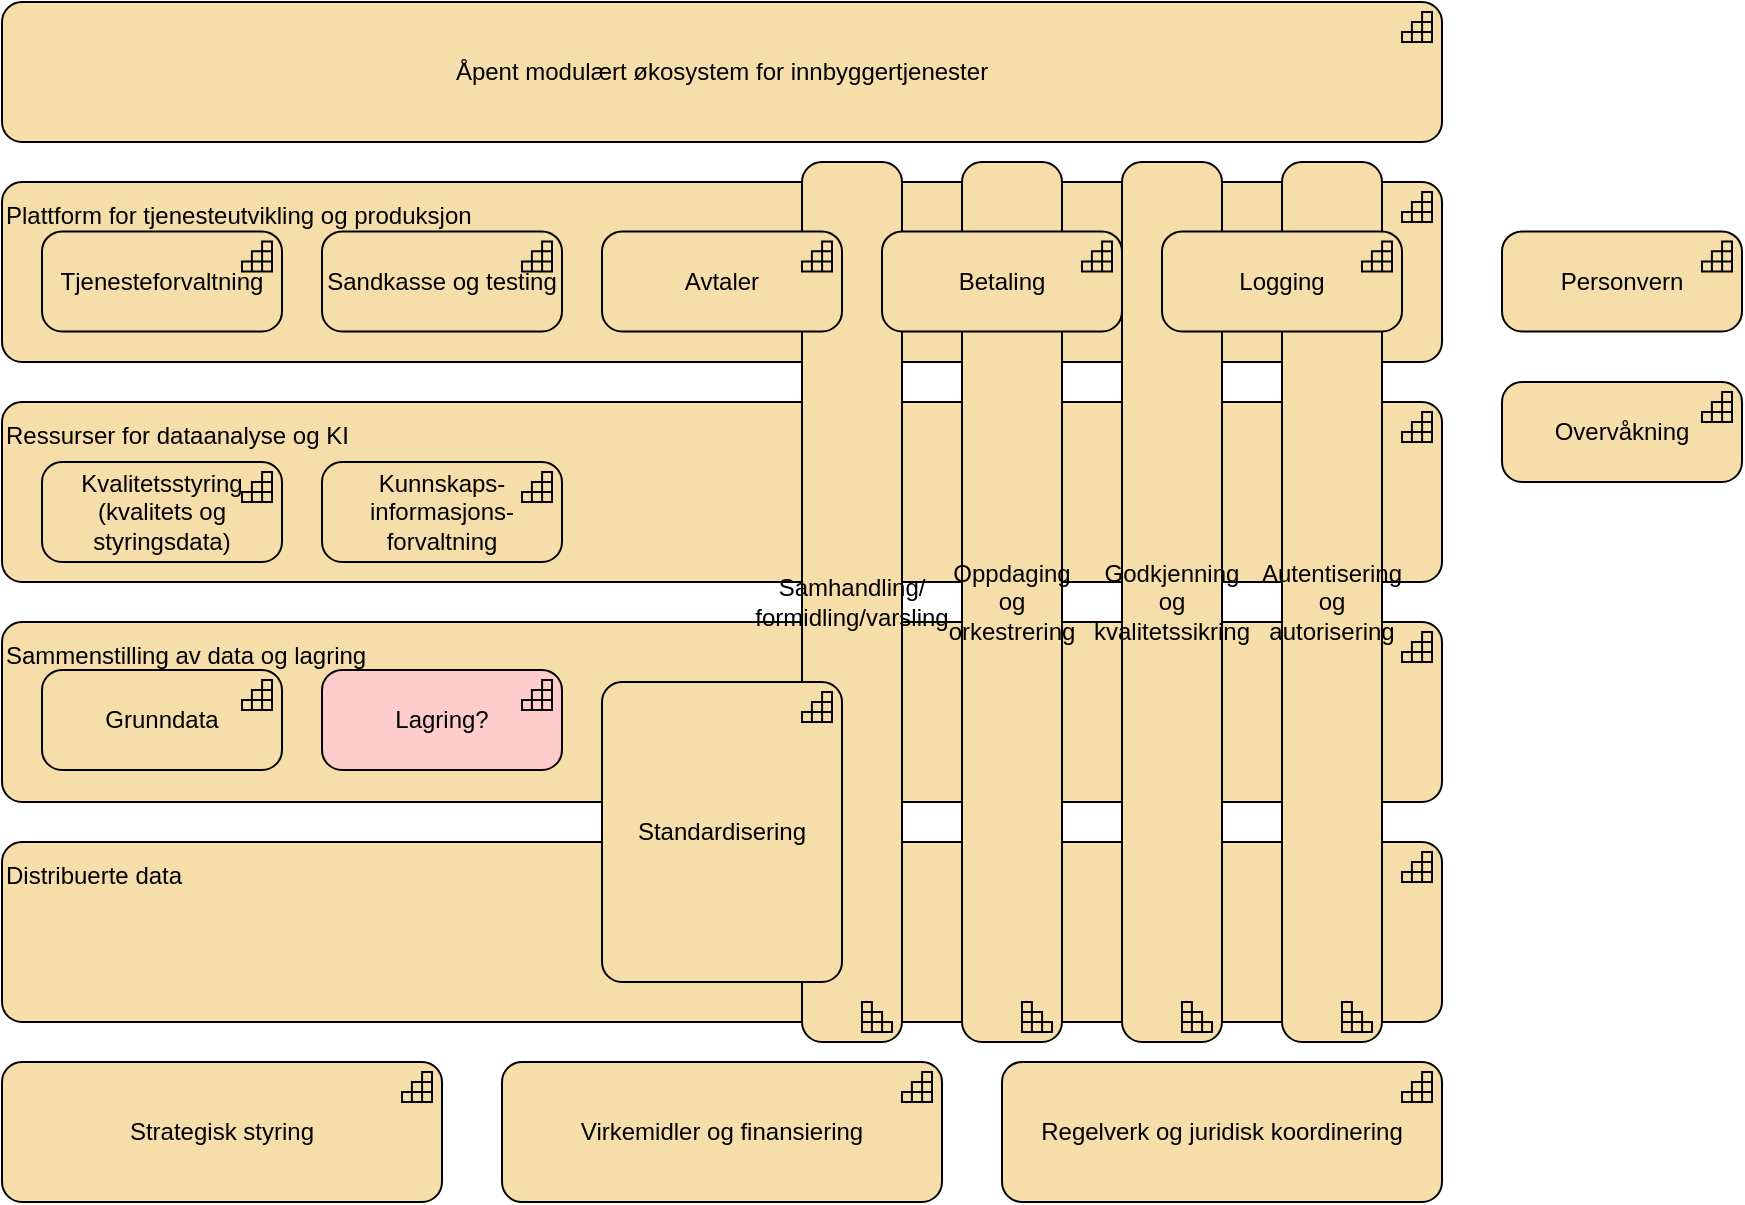
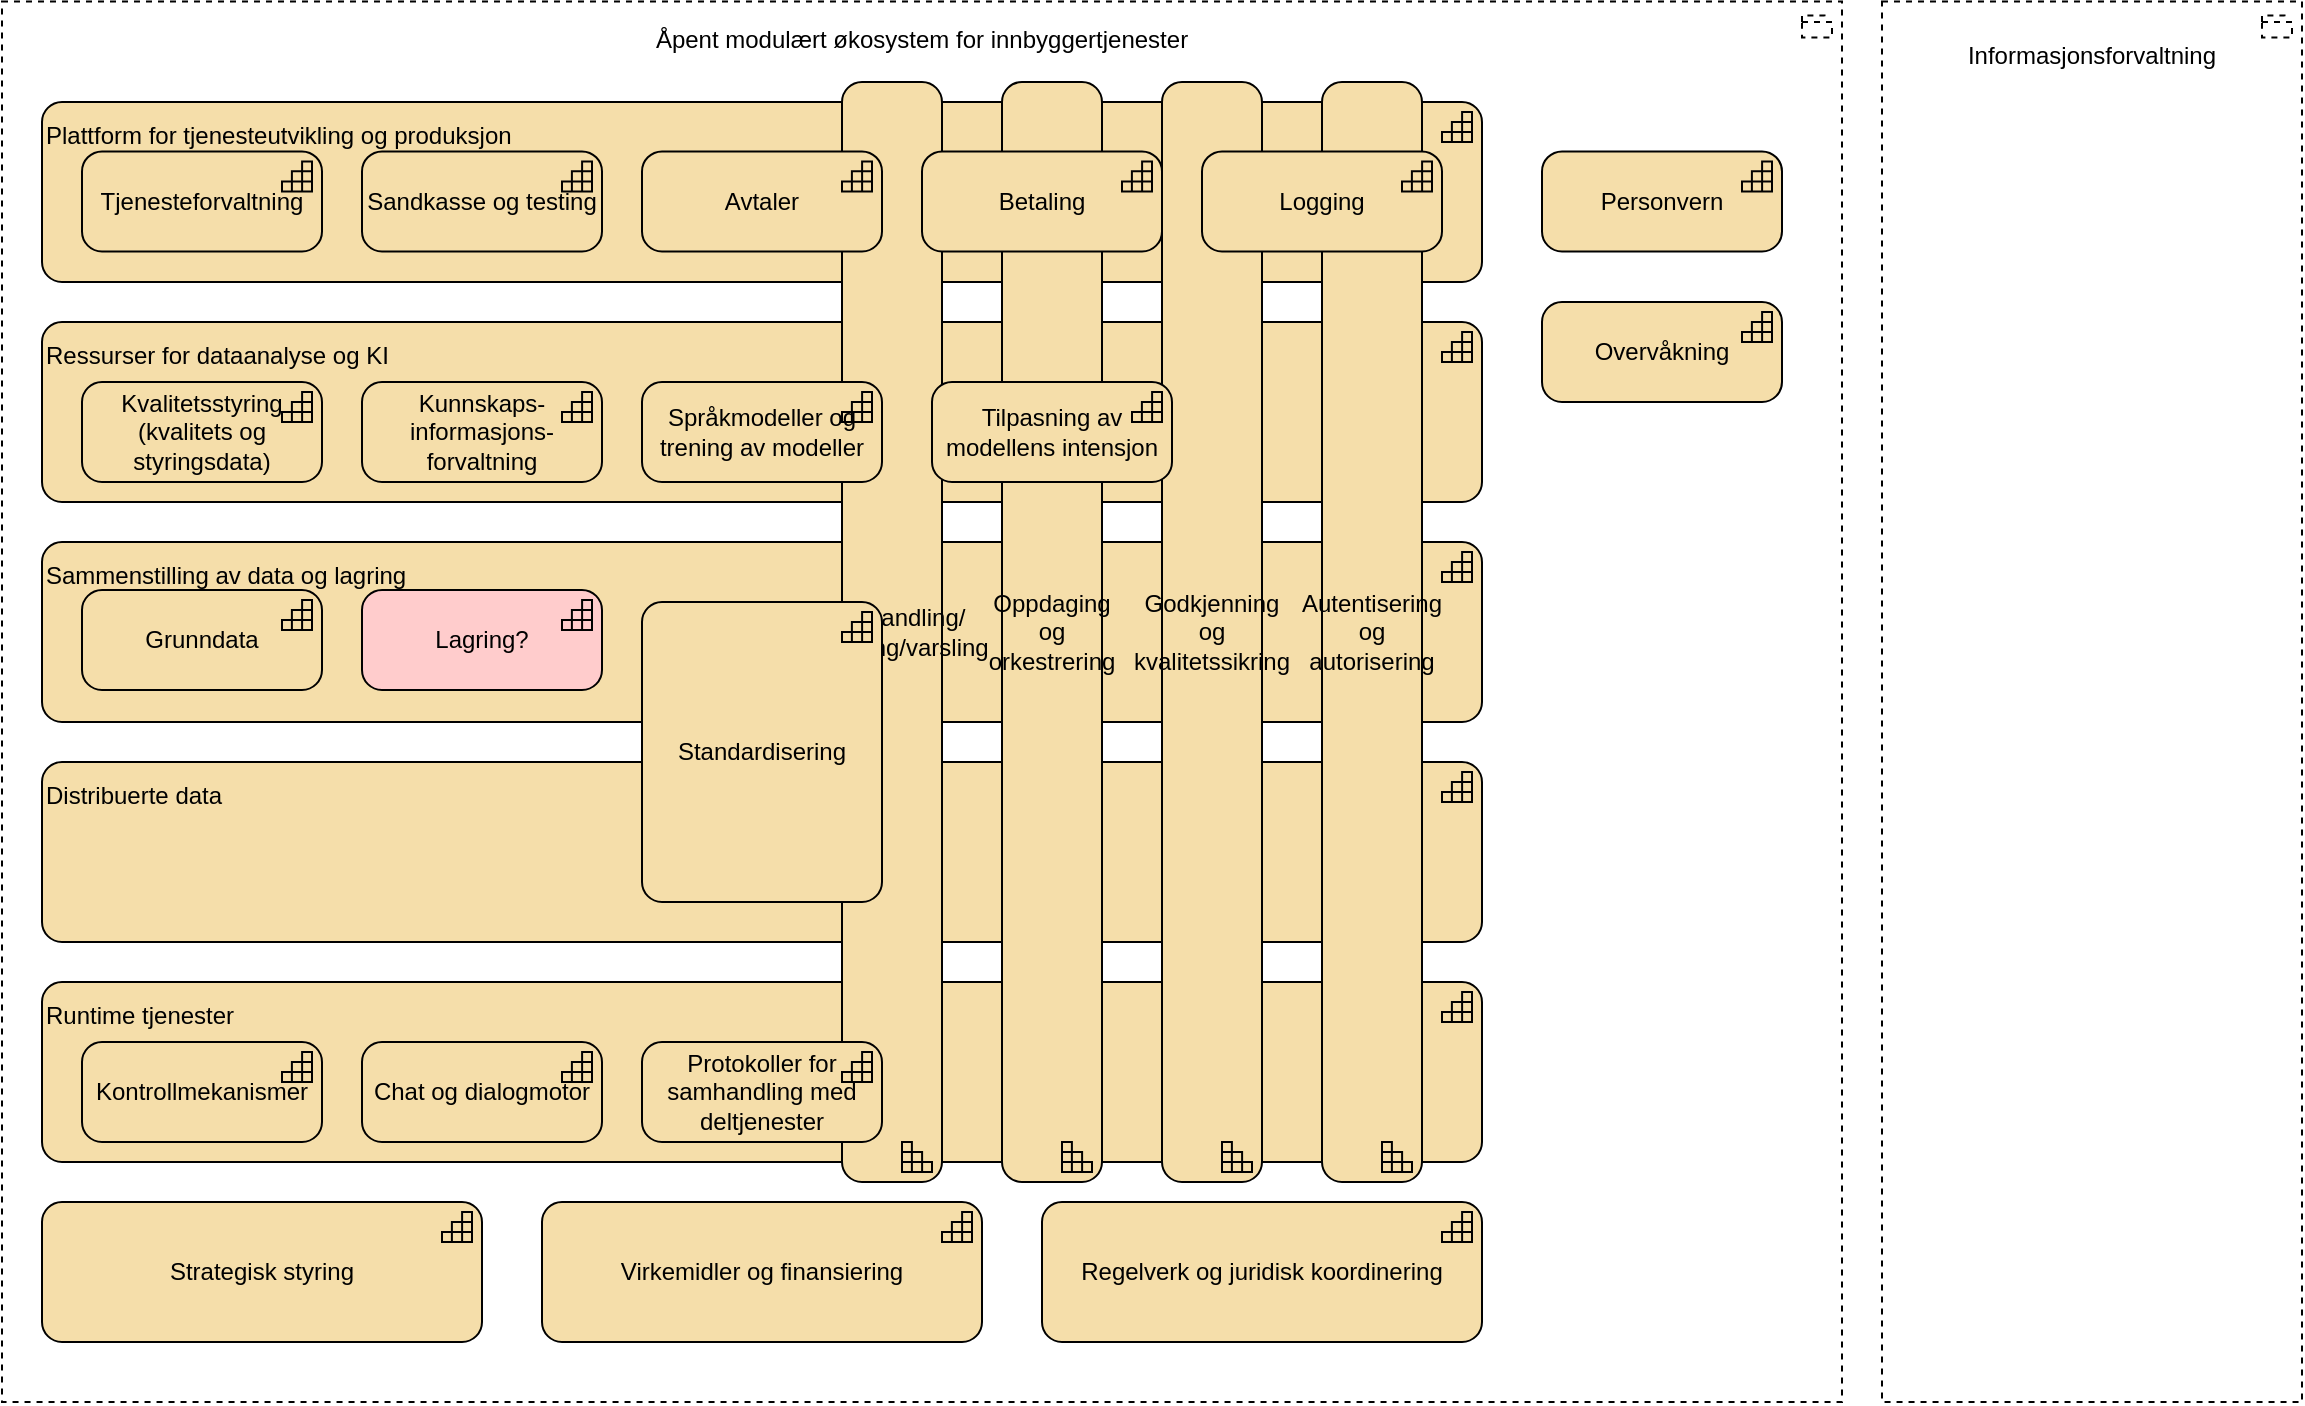
<mxfile host="65bd71144e">
    <diagram id="KhulNWOh6ZCrj-raD0nd" name="økosystem">
-         <mxGraphModel dx="686" dy="499" grid="1" gridSize="10" guides="1" tooltips="1" connect="1" arrows="1" fold="1" page="1" pageScale="1" pageWidth="1169" pageHeight="827" math="0" shadow="0">
+         <mxGraphModel dx="2185" dy="899" grid="1" gridSize="10" guides="1" tooltips="1" connect="1" arrows="1" fold="1" page="1" pageScale="1" pageWidth="1169" pageHeight="827" math="0" shadow="0">
            <root>
                <mxCell id="0"/>
                <mxCell id="1" parent="0"/>
+                 <mxCell id="xnoThjykjK7Eu692T0Zw-3" value="Runtime tjenester&lt;div&gt;&lt;br&gt;&lt;/div&gt;&lt;div&gt;&lt;br&gt;&lt;/div&gt;&lt;div&gt;&lt;br&gt;&lt;/div&gt;&lt;div&gt;&lt;br&gt;&lt;/div&gt;" style="html=1;outlineConnect=0;whiteSpace=wrap;fillColor=#F5DEAA;shape=mxgraph.archimate3.application;appType=capability;archiType=rounded;align=left;" parent="1" vertex="1">
+                     <mxGeometry x="40" y="570" width="720" height="90" as="geometry"/>
+                 </mxCell>
                <mxCell id="xKit_TpfabmGGuKowgRL-6" value="Distribuerte data&lt;div&gt;&lt;br&gt;&lt;/div&gt;&lt;div&gt;&lt;br&gt;&lt;/div&gt;&lt;div&gt;&lt;br&gt;&lt;/div&gt;&lt;div&gt;&lt;br&gt;&lt;/div&gt;" style="html=1;outlineConnect=0;whiteSpace=wrap;fillColor=#F5DEAA;shape=mxgraph.archimate3.application;appType=capability;archiType=rounded;align=left;" parent="1" vertex="1">
                    <mxGeometry x="40" y="460" width="720" height="90" as="geometry"/>
                </mxCell>
                <mxCell id="xKit_TpfabmGGuKowgRL-5" value="Sammenstilling av data og lagring&lt;div&gt;&lt;br&gt;&lt;/div&gt;&lt;div&gt;&lt;br&gt;&lt;/div&gt;&lt;div&gt;&lt;br&gt;&lt;/div&gt;&lt;div&gt;&lt;br&gt;&lt;/div&gt;" style="html=1;outlineConnect=0;whiteSpace=wrap;fillColor=#F5DEAA;shape=mxgraph.archimate3.application;appType=capability;archiType=rounded;align=left;" parent="1" vertex="1">
                    <mxGeometry x="40" y="350" width="720" height="90" as="geometry"/>
                </mxCell>
                <mxCell id="xKit_TpfabmGGuKowgRL-4" value="&lt;div style=&quot;&quot;&gt;&lt;span style=&quot;background-color: transparent;&quot;&gt;Ressurser for dataanalyse og KI&lt;/span&gt;&lt;/div&gt;&lt;div style=&quot;&quot;&gt;&lt;span style=&quot;background-color: transparent;&quot;&gt;&lt;br&gt;&lt;/span&gt;&lt;/div&gt;&lt;div style=&quot;&quot;&gt;&lt;span style=&quot;background-color: transparent;&quot;&gt;&lt;br&gt;&lt;/span&gt;&lt;/div&gt;&lt;div style=&quot;&quot;&gt;&lt;span style=&quot;background-color: transparent;&quot;&gt;&lt;br&gt;&lt;/span&gt;&lt;/div&gt;&lt;div style=&quot;&quot;&gt;&lt;span style=&quot;background-color: transparent;&quot;&gt;&lt;br&gt;&lt;/span&gt;&lt;/div&gt;" style="html=1;outlineConnect=0;whiteSpace=wrap;fillColor=#F5DEAA;shape=mxgraph.archimate3.application;appType=capability;archiType=rounded;align=left;" parent="1" vertex="1">
                    <mxGeometry x="40" y="240" width="720" height="90" as="geometry"/>
                </mxCell>
                <mxCell id="xKit_TpfabmGGuKowgRL-3" value="&lt;div style=&quot;&quot;&gt;&lt;span style=&quot;background-color: transparent;&quot;&gt;Plattform for tjenesteutvikling og produksjon&lt;/span&gt;&lt;/div&gt;&lt;div style=&quot;&quot;&gt;&lt;span style=&quot;background-color: transparent;&quot;&gt;&lt;br&gt;&lt;/span&gt;&lt;/div&gt;&lt;div style=&quot;&quot;&gt;&lt;span style=&quot;background-color: transparent;&quot;&gt;&lt;br&gt;&lt;/span&gt;&lt;/div&gt;&lt;div style=&quot;&quot;&gt;&lt;span style=&quot;background-color: transparent;&quot;&gt;&lt;br&gt;&lt;/span&gt;&lt;/div&gt;&lt;div style=&quot;&quot;&gt;&lt;span style=&quot;background-color: transparent;&quot;&gt;&lt;br&gt;&lt;/span&gt;&lt;/div&gt;" style="html=1;outlineConnect=0;whiteSpace=wrap;fillColor=#F5DEAA;shape=mxgraph.archimate3.application;appType=capability;archiType=rounded;align=left;" parent="1" vertex="1">
                    <mxGeometry x="40" y="130" width="720" height="90" as="geometry"/>
                </mxCell>
-                 <mxCell id="TeFL5omvhbVfAXykElzv-1" value="Åpent modulært økosystem for innbyggertjenester" style="html=1;outlineConnect=0;whiteSpace=wrap;fillColor=#F5DEAA;shape=mxgraph.archimate3.application;appType=capability;archiType=rounded;" parent="1" vertex="1">
-                     <mxGeometry x="40" y="40" width="720" height="70" as="geometry"/>
-                 </mxCell>
                <mxCell id="TeFL5omvhbVfAXykElzv-2" value="Samhandling/ formidling/varsling" style="html=1;outlineConnect=0;whiteSpace=wrap;fillColor=#F5DEAA;shape=mxgraph.archimate3.application;appType=capability;archiType=rounded;direction=south;" parent="1" vertex="1">
-                     <mxGeometry x="440" y="120" width="50" height="440" as="geometry"/>
-                 </mxCell>
-                 <mxCell id="TeFL5omvhbVfAXykElzv-3" value="Grunndata" style="html=1;outlineConnect=0;whiteSpace=wrap;fillColor=#F5DEAA;shape=mxgraph.archimate3.application;appType=capability;archiType=rounded;" parent="1" vertex="1">
-                     <mxGeometry x="60" y="374" width="120" height="50" as="geometry"/>
+                     <mxGeometry x="440" y="120" width="50" height="550" as="geometry"/>
                </mxCell>
                <mxCell id="TeFL5omvhbVfAXykElzv-4" value="Godkjenning og kvalitetssikring" style="html=1;outlineConnect=0;whiteSpace=wrap;fillColor=#F5DEAA;shape=mxgraph.archimate3.application;appType=capability;archiType=rounded;direction=south;" parent="1" vertex="1">
-                     <mxGeometry x="600" y="120" width="50" height="440" as="geometry"/>
+                     <mxGeometry x="600" y="120" width="50" height="550" as="geometry"/>
                </mxCell>
                <mxCell id="TeFL5omvhbVfAXykElzv-6" value="Avtaler" style="html=1;outlineConnect=0;whiteSpace=wrap;fillColor=#F5DEAA;shape=mxgraph.archimate3.application;appType=capability;archiType=rounded;" parent="1" vertex="1">
                    <mxGeometry x="340" y="154.73000000000002" width="120" height="50" as="geometry"/>
                </mxCell>
                <mxCell id="TeFL5omvhbVfAXykElzv-7" value="Autentisering og autorisering" style="html=1;outlineConnect=0;whiteSpace=wrap;fillColor=#F5DEAA;shape=mxgraph.archimate3.application;appType=capability;archiType=rounded;direction=south;" parent="1" vertex="1">
-                     <mxGeometry x="680" y="120" width="50" height="440" as="geometry"/>
+                     <mxGeometry x="680" y="120" width="50" height="550" as="geometry"/>
                </mxCell>
                <mxCell id="TeFL5omvhbVfAXykElzv-8" value="Oppdaging og orkestrering" style="html=1;outlineConnect=0;whiteSpace=wrap;fillColor=#F5DEAA;shape=mxgraph.archimate3.application;appType=capability;archiType=rounded;direction=south;" parent="1" vertex="1">
-                     <mxGeometry x="520" y="120" width="50" height="440" as="geometry"/>
+                     <mxGeometry x="520" y="120" width="50" height="550" as="geometry"/>
                </mxCell>
                <mxCell id="TeFL5omvhbVfAXykElzv-9" value="Sandkasse og testing" style="html=1;outlineConnect=0;whiteSpace=wrap;fillColor=#F5DEAA;shape=mxgraph.archimate3.application;appType=capability;archiType=rounded;" parent="1" vertex="1">
                    <mxGeometry x="200" y="154.73" width="120" height="50" as="geometry"/>
                </mxCell>
                <mxCell id="TeFL5omvhbVfAXykElzv-10" value="Logging" style="html=1;outlineConnect=0;whiteSpace=wrap;fillColor=#F5DEAA;shape=mxgraph.archimate3.application;appType=capability;archiType=rounded;" parent="1" vertex="1">
                    <mxGeometry x="620" y="154.73000000000002" width="120" height="50" as="geometry"/>
                </mxCell>
                <mxCell id="TeFL5omvhbVfAXykElzv-11" value="Tjenesteforvaltning" style="html=1;outlineConnect=0;whiteSpace=wrap;fillColor=#F5DEAA;shape=mxgraph.archimate3.application;appType=capability;archiType=rounded;" parent="1" vertex="1">
                    <mxGeometry x="60" y="154.73000000000002" width="120" height="50" as="geometry"/>
                </mxCell>
                <mxCell id="TeFL5omvhbVfAXykElzv-13" value="Standardisering" style="html=1;outlineConnect=0;whiteSpace=wrap;fillColor=#F5DEAA;shape=mxgraph.archimate3.application;appType=capability;archiType=rounded;" parent="1" vertex="1">
                    <mxGeometry x="340" y="380" width="120" height="150" as="geometry"/>
                </mxCell>
                <mxCell id="TeFL5omvhbVfAXykElzv-14" value="Overvåkning" style="html=1;outlineConnect=0;whiteSpace=wrap;fillColor=#F5DEAA;shape=mxgraph.archimate3.application;appType=capability;archiType=rounded;" parent="1" vertex="1">
                    <mxGeometry x="790" y="230" width="120" height="50" as="geometry"/>
                </mxCell>
                <mxCell id="TeFL5omvhbVfAXykElzv-15" value="Personvern" style="html=1;outlineConnect=0;whiteSpace=wrap;fillColor=#F5DEAA;shape=mxgraph.archimate3.application;appType=capability;archiType=rounded;" parent="1" vertex="1">
                    <mxGeometry x="790" y="154.73000000000002" width="120" height="50" as="geometry"/>
                </mxCell>
                <mxCell id="u9fwJug513jWiIlwAGDL-1" value="Kunnskaps- informasjons- forvaltning" style="html=1;outlineConnect=0;whiteSpace=wrap;fillColor=#F5DEAA;shape=mxgraph.archimate3.application;appType=capability;archiType=rounded;" parent="1" vertex="1">
                    <mxGeometry x="200" y="270" width="120" height="50" as="geometry"/>
                </mxCell>
                <mxCell id="u9fwJug513jWiIlwAGDL-2" value="Kvalitetsstyring (kvalitets og styringsdata)" style="html=1;outlineConnect=0;whiteSpace=wrap;fillColor=#F5DEAA;shape=mxgraph.archimate3.application;appType=capability;archiType=rounded;" parent="1" vertex="1">
                    <mxGeometry x="60" y="270" width="120" height="50" as="geometry"/>
                </mxCell>
                <mxCell id="TeFL5omvhbVfAXykElzv-5" value="Betaling" style="html=1;outlineConnect=0;whiteSpace=wrap;fillColor=#F5DEAA;shape=mxgraph.archimate3.application;appType=capability;archiType=rounded;" parent="1" vertex="1">
                    <mxGeometry x="480" y="154.73000000000002" width="120" height="50" as="geometry"/>
                </mxCell>
                <mxCell id="xKit_TpfabmGGuKowgRL-8" value="Strategisk styring" style="html=1;outlineConnect=0;whiteSpace=wrap;fillColor=#F5DEAA;shape=mxgraph.archimate3.application;appType=capability;archiType=rounded;" parent="1" vertex="1">
-                     <mxGeometry x="40" y="570" width="220" height="70" as="geometry"/>
+                     <mxGeometry x="40" y="680" width="220" height="70" as="geometry"/>
                </mxCell>
                <mxCell id="xKit_TpfabmGGuKowgRL-9" value="Virkemidler og finansiering" style="html=1;outlineConnect=0;whiteSpace=wrap;fillColor=#F5DEAA;shape=mxgraph.archimate3.application;appType=capability;archiType=rounded;" parent="1" vertex="1">
-                     <mxGeometry x="290" y="570" width="220" height="70" as="geometry"/>
+                     <mxGeometry x="290" y="680" width="220" height="70" as="geometry"/>
                </mxCell>
                <mxCell id="xKit_TpfabmGGuKowgRL-10" value="Regelverk og juridisk koordinering" style="html=1;outlineConnect=0;whiteSpace=wrap;fillColor=#F5DEAA;shape=mxgraph.archimate3.application;appType=capability;archiType=rounded;" parent="1" vertex="1">
-                     <mxGeometry x="540" y="570" width="220" height="70" as="geometry"/>
+                     <mxGeometry x="540" y="680" width="220" height="70" as="geometry"/>
                </mxCell>
                <mxCell id="VVHO--vzeyekFK8HYkrx-1" value="Lagring?" style="html=1;outlineConnect=0;whiteSpace=wrap;fillColor=#FFCCCC;shape=mxgraph.archimate3.application;appType=capability;archiType=rounded;" parent="1" vertex="1">
                    <mxGeometry x="200" y="374" width="120" height="50" as="geometry"/>
+                 </mxCell>
+                 <mxCell id="2" value="Språkmodeller og trening av modeller" style="html=1;outlineConnect=0;whiteSpace=wrap;fillColor=#F5DEAA;shape=mxgraph.archimate3.application;appType=capability;archiType=rounded;" parent="1" vertex="1">
+                     <mxGeometry x="340" y="270" width="120" height="50" as="geometry"/>
+                 </mxCell>
+                 <mxCell id="xnoThjykjK7Eu692T0Zw-2" value="Tilpasning av modellens intensjon" style="html=1;outlineConnect=0;whiteSpace=wrap;fillColor=#F5DEAA;shape=mxgraph.archimate3.application;appType=capability;archiType=rounded;" parent="1" vertex="1">
+                     <mxGeometry x="485" y="270" width="120" height="50" as="geometry"/>
+                 </mxCell>
+                 <mxCell id="xnoThjykjK7Eu692T0Zw-4" value="Kontrollmekanismer" style="html=1;outlineConnect=0;whiteSpace=wrap;fillColor=#F5DEAA;shape=mxgraph.archimate3.application;appType=capability;archiType=rounded;" parent="1" vertex="1">
+                     <mxGeometry x="60" y="600" width="120" height="50" as="geometry"/>
+                 </mxCell>
+                 <mxCell id="xnoThjykjK7Eu692T0Zw-5" value="Chat og dialogmotor" style="html=1;outlineConnect=0;whiteSpace=wrap;fillColor=#F5DEAA;shape=mxgraph.archimate3.application;appType=capability;archiType=rounded;" parent="1" vertex="1">
+                     <mxGeometry x="200" y="600" width="120" height="50" as="geometry"/>
+                 </mxCell>
+                 <mxCell id="xnoThjykjK7Eu692T0Zw-6" value="Grunndata" style="html=1;outlineConnect=0;whiteSpace=wrap;fillColor=#F5DEAA;shape=mxgraph.archimate3.application;appType=capability;archiType=rounded;" parent="1" vertex="1">
+                     <mxGeometry x="60" y="374" width="120" height="50" as="geometry"/>
+                 </mxCell>
+                 <mxCell id="xnoThjykjK7Eu692T0Zw-7" value="Protokoller for samhandling med deltjenester" style="html=1;outlineConnect=0;whiteSpace=wrap;fillColor=#F5DEAA;shape=mxgraph.archimate3.application;appType=capability;archiType=rounded;" parent="1" vertex="1">
+                     <mxGeometry x="340" y="600" width="120" height="50" as="geometry"/>
+                 </mxCell>
+                 <mxCell id="3" value="&lt;span style=&quot;color: rgb(0, 0, 0);&quot;&gt;Åpent modulært økosystem for innbyggertjenester&lt;/span&gt;&lt;div&gt;&lt;span style=&quot;color: rgb(0, 0, 0);&quot;&gt;&lt;br&gt;&lt;/span&gt;&lt;/div&gt;&lt;div&gt;&lt;span style=&quot;color: rgb(0, 0, 0);&quot;&gt;&lt;br&gt;&lt;/span&gt;&lt;/div&gt;&lt;div&gt;&lt;span style=&quot;color: rgb(0, 0, 0);&quot;&gt;&lt;br&gt;&lt;/span&gt;&lt;/div&gt;&lt;div&gt;&lt;span style=&quot;color: rgb(0, 0, 0);&quot;&gt;&lt;br&gt;&lt;/span&gt;&lt;/div&gt;&lt;div&gt;&lt;span style=&quot;color: rgb(0, 0, 0);&quot;&gt;&lt;br&gt;&lt;/span&gt;&lt;/div&gt;&lt;div&gt;&lt;span style=&quot;color: rgb(0, 0, 0);&quot;&gt;&lt;br&gt;&lt;/span&gt;&lt;/div&gt;&lt;div&gt;&lt;span style=&quot;color: rgb(0, 0, 0);&quot;&gt;&lt;br&gt;&lt;/span&gt;&lt;/div&gt;&lt;div&gt;&lt;span style=&quot;color: rgb(0, 0, 0);&quot;&gt;&lt;br&gt;&lt;/span&gt;&lt;/div&gt;&lt;div&gt;&lt;span style=&quot;color: rgb(0, 0, 0);&quot;&gt;&lt;br&gt;&lt;/span&gt;&lt;/div&gt;&lt;div&gt;&lt;span style=&quot;color: rgb(0, 0, 0);&quot;&gt;&lt;br&gt;&lt;/span&gt;&lt;/div&gt;&lt;div&gt;&lt;span style=&quot;color: rgb(0, 0, 0);&quot;&gt;&lt;br&gt;&lt;/span&gt;&lt;/div&gt;&lt;div&gt;&lt;span style=&quot;color: rgb(0, 0, 0);&quot;&gt;&lt;br&gt;&lt;/span&gt;&lt;/div&gt;&lt;div&gt;&lt;span style=&quot;color: rgb(0, 0, 0);&quot;&gt;&lt;br&gt;&lt;/span&gt;&lt;/div&gt;&lt;div&gt;&lt;span style=&quot;color: rgb(0, 0, 0);&quot;&gt;&lt;br&gt;&lt;/span&gt;&lt;/div&gt;&lt;div&gt;&lt;span style=&quot;color: rgb(0, 0, 0);&quot;&gt;&lt;br&gt;&lt;/span&gt;&lt;/div&gt;&lt;div&gt;&lt;span style=&quot;color: rgb(0, 0, 0);&quot;&gt;&lt;br&gt;&lt;/span&gt;&lt;/div&gt;&lt;div&gt;&lt;span style=&quot;color: rgb(0, 0, 0);&quot;&gt;&lt;br&gt;&lt;/span&gt;&lt;/div&gt;&lt;div&gt;&lt;span style=&quot;color: rgb(0, 0, 0);&quot;&gt;&lt;br&gt;&lt;/span&gt;&lt;/div&gt;&lt;div&gt;&lt;span style=&quot;color: rgb(0, 0, 0);&quot;&gt;&lt;br&gt;&lt;/span&gt;&lt;/div&gt;&lt;div&gt;&lt;span style=&quot;color: rgb(0, 0, 0);&quot;&gt;&lt;br&gt;&lt;/span&gt;&lt;/div&gt;&lt;div&gt;&lt;span style=&quot;color: rgb(0, 0, 0);&quot;&gt;&lt;br&gt;&lt;/span&gt;&lt;/div&gt;&lt;div&gt;&lt;span style=&quot;color: rgb(0, 0, 0);&quot;&gt;&lt;br&gt;&lt;/span&gt;&lt;/div&gt;&lt;div&gt;&lt;span style=&quot;color: rgb(0, 0, 0);&quot;&gt;&lt;br&gt;&lt;/span&gt;&lt;/div&gt;&lt;div&gt;&lt;span style=&quot;color: rgb(0, 0, 0);&quot;&gt;&lt;br&gt;&lt;/span&gt;&lt;/div&gt;&lt;div&gt;&lt;span style=&quot;color: rgb(0, 0, 0);&quot;&gt;&lt;br&gt;&lt;/span&gt;&lt;/div&gt;&lt;div&gt;&lt;span style=&quot;color: rgb(0, 0, 0);&quot;&gt;&lt;br&gt;&lt;/span&gt;&lt;/div&gt;&lt;div&gt;&lt;span style=&quot;color: rgb(0, 0, 0);&quot;&gt;&lt;br&gt;&lt;/span&gt;&lt;/div&gt;&lt;div&gt;&lt;span style=&quot;color: rgb(0, 0, 0);&quot;&gt;&lt;br&gt;&lt;/span&gt;&lt;/div&gt;&lt;div&gt;&lt;span style=&quot;color: rgb(0, 0, 0);&quot;&gt;&lt;br&gt;&lt;/span&gt;&lt;/div&gt;&lt;div&gt;&lt;span style=&quot;color: rgb(0, 0, 0);&quot;&gt;&lt;br&gt;&lt;/span&gt;&lt;/div&gt;&lt;div&gt;&lt;span style=&quot;color: rgb(0, 0, 0);&quot;&gt;&lt;br&gt;&lt;/span&gt;&lt;/div&gt;&lt;div&gt;&lt;span style=&quot;color: rgb(0, 0, 0);&quot;&gt;&lt;br&gt;&lt;/span&gt;&lt;/div&gt;&lt;div&gt;&lt;span style=&quot;color: rgb(0, 0, 0);&quot;&gt;&lt;br&gt;&lt;/span&gt;&lt;/div&gt;&lt;div&gt;&lt;span style=&quot;color: rgb(0, 0, 0);&quot;&gt;&lt;br&gt;&lt;/span&gt;&lt;/div&gt;&lt;div&gt;&lt;span style=&quot;color: rgb(0, 0, 0);&quot;&gt;&lt;br&gt;&lt;/span&gt;&lt;/div&gt;&lt;div&gt;&lt;span style=&quot;color: rgb(0, 0, 0);&quot;&gt;&lt;br&gt;&lt;/span&gt;&lt;/div&gt;&lt;div&gt;&lt;span style=&quot;color: rgb(0, 0, 0);&quot;&gt;&lt;br&gt;&lt;/span&gt;&lt;/div&gt;&lt;div&gt;&lt;span style=&quot;color: rgb(0, 0, 0);&quot;&gt;&lt;br&gt;&lt;/span&gt;&lt;/div&gt;&lt;div&gt;&lt;span style=&quot;color: rgb(0, 0, 0);&quot;&gt;&lt;br&gt;&lt;/span&gt;&lt;/div&gt;&lt;div&gt;&lt;span style=&quot;color: rgb(0, 0, 0);&quot;&gt;&lt;br&gt;&lt;/span&gt;&lt;/div&gt;&lt;div&gt;&lt;span style=&quot;color: rgb(0, 0, 0);&quot;&gt;&lt;br&gt;&lt;/span&gt;&lt;/div&gt;&lt;div&gt;&lt;span style=&quot;color: rgb(0, 0, 0);&quot;&gt;&lt;br&gt;&lt;/span&gt;&lt;/div&gt;&lt;div&gt;&lt;span style=&quot;color: rgb(0, 0, 0);&quot;&gt;&lt;br&gt;&lt;/span&gt;&lt;/div&gt;&lt;div&gt;&lt;span style=&quot;color: rgb(0, 0, 0);&quot;&gt;&lt;br&gt;&lt;/span&gt;&lt;/div&gt;&lt;div&gt;&lt;span style=&quot;color: rgb(0, 0, 0);&quot;&gt;&lt;br&gt;&lt;/span&gt;&lt;/div&gt;&lt;div&gt;&lt;span style=&quot;color: rgb(0, 0, 0);&quot;&gt;&lt;br&gt;&lt;/span&gt;&lt;/div&gt;" style="html=1;outlineConnect=0;whiteSpace=wrap;shape=mxgraph.archimate3.application;appType=grouping;archiType=square;dashed=1;fillColor=none;" vertex="1" parent="1">
+                     <mxGeometry x="20" y="79.73" width="920" height="700.27" as="geometry"/>
+                 </mxCell>
+                 <mxCell id="4" value="&lt;div&gt;&lt;span style=&quot;color: rgb(0, 0, 0);&quot;&gt;Informasjonsforvaltning&lt;/span&gt;&lt;/div&gt;&lt;div&gt;&lt;span style=&quot;color: rgb(0, 0, 0);&quot;&gt;&lt;br&gt;&lt;/span&gt;&lt;/div&gt;&lt;div&gt;&lt;span style=&quot;color: rgb(0, 0, 0);&quot;&gt;&lt;br&gt;&lt;/span&gt;&lt;/div&gt;&lt;div&gt;&lt;span style=&quot;color: rgb(0, 0, 0);&quot;&gt;&lt;br&gt;&lt;/span&gt;&lt;/div&gt;&lt;div&gt;&lt;span style=&quot;color: rgb(0, 0, 0);&quot;&gt;&lt;br&gt;&lt;/span&gt;&lt;/div&gt;&lt;div&gt;&lt;span style=&quot;color: rgb(0, 0, 0);&quot;&gt;&lt;br&gt;&lt;/span&gt;&lt;/div&gt;&lt;div&gt;&lt;span style=&quot;color: rgb(0, 0, 0);&quot;&gt;&lt;br&gt;&lt;/span&gt;&lt;/div&gt;&lt;div&gt;&lt;span style=&quot;color: rgb(0, 0, 0);&quot;&gt;&lt;br&gt;&lt;/span&gt;&lt;/div&gt;&lt;div&gt;&lt;span style=&quot;color: rgb(0, 0, 0);&quot;&gt;&lt;br&gt;&lt;/span&gt;&lt;/div&gt;&lt;div&gt;&lt;span style=&quot;color: rgb(0, 0, 0);&quot;&gt;&lt;br&gt;&lt;/span&gt;&lt;/div&gt;&lt;div&gt;&lt;span style=&quot;color: rgb(0, 0, 0);&quot;&gt;&lt;br&gt;&lt;/span&gt;&lt;/div&gt;&lt;div&gt;&lt;span style=&quot;color: rgb(0, 0, 0);&quot;&gt;&lt;br&gt;&lt;/span&gt;&lt;/div&gt;&lt;div&gt;&lt;span style=&quot;color: rgb(0, 0, 0);&quot;&gt;&lt;br&gt;&lt;/span&gt;&lt;/div&gt;&lt;div&gt;&lt;span style=&quot;color: rgb(0, 0, 0);&quot;&gt;&lt;br&gt;&lt;/span&gt;&lt;/div&gt;&lt;div&gt;&lt;span style=&quot;color: rgb(0, 0, 0);&quot;&gt;&lt;br&gt;&lt;/span&gt;&lt;/div&gt;&lt;div&gt;&lt;span style=&quot;color: rgb(0, 0, 0);&quot;&gt;&lt;br&gt;&lt;/span&gt;&lt;/div&gt;&lt;div&gt;&lt;span style=&quot;color: rgb(0, 0, 0);&quot;&gt;&lt;br&gt;&lt;/span&gt;&lt;/div&gt;&lt;div&gt;&lt;span style=&quot;color: rgb(0, 0, 0);&quot;&gt;&lt;br&gt;&lt;/span&gt;&lt;/div&gt;&lt;div&gt;&lt;span style=&quot;color: rgb(0, 0, 0);&quot;&gt;&lt;br&gt;&lt;/span&gt;&lt;/div&gt;&lt;div&gt;&lt;span style=&quot;color: rgb(0, 0, 0);&quot;&gt;&lt;br&gt;&lt;/span&gt;&lt;/div&gt;&lt;div&gt;&lt;span style=&quot;color: rgb(0, 0, 0);&quot;&gt;&lt;br&gt;&lt;/span&gt;&lt;/div&gt;&lt;div&gt;&lt;span style=&quot;color: rgb(0, 0, 0);&quot;&gt;&lt;br&gt;&lt;/span&gt;&lt;/div&gt;&lt;div&gt;&lt;span style=&quot;color: rgb(0, 0, 0);&quot;&gt;&lt;br&gt;&lt;/span&gt;&lt;/div&gt;&lt;div&gt;&lt;span style=&quot;color: rgb(0, 0, 0);&quot;&gt;&lt;br&gt;&lt;/span&gt;&lt;/div&gt;&lt;div&gt;&lt;span style=&quot;color: rgb(0, 0, 0);&quot;&gt;&lt;br&gt;&lt;/span&gt;&lt;/div&gt;&lt;div&gt;&lt;span style=&quot;color: rgb(0, 0, 0);&quot;&gt;&lt;br&gt;&lt;/span&gt;&lt;/div&gt;&lt;div&gt;&lt;span style=&quot;color: rgb(0, 0, 0);&quot;&gt;&lt;br&gt;&lt;/span&gt;&lt;/div&gt;&lt;div&gt;&lt;span style=&quot;color: rgb(0, 0, 0);&quot;&gt;&lt;br&gt;&lt;/span&gt;&lt;/div&gt;&lt;div&gt;&lt;span style=&quot;color: rgb(0, 0, 0);&quot;&gt;&lt;br&gt;&lt;/span&gt;&lt;/div&gt;&lt;div&gt;&lt;span style=&quot;color: rgb(0, 0, 0);&quot;&gt;&lt;br&gt;&lt;/span&gt;&lt;/div&gt;&lt;div&gt;&lt;span style=&quot;color: rgb(0, 0, 0);&quot;&gt;&lt;br&gt;&lt;/span&gt;&lt;/div&gt;&lt;div&gt;&lt;span style=&quot;color: rgb(0, 0, 0);&quot;&gt;&lt;br&gt;&lt;/span&gt;&lt;/div&gt;&lt;div&gt;&lt;span style=&quot;color: rgb(0, 0, 0);&quot;&gt;&lt;br&gt;&lt;/span&gt;&lt;/div&gt;&lt;div&gt;&lt;span style=&quot;color: rgb(0, 0, 0);&quot;&gt;&lt;br&gt;&lt;/span&gt;&lt;/div&gt;&lt;div&gt;&lt;span style=&quot;color: rgb(0, 0, 0);&quot;&gt;&lt;br&gt;&lt;/span&gt;&lt;/div&gt;&lt;div&gt;&lt;span style=&quot;color: rgb(0, 0, 0);&quot;&gt;&lt;br&gt;&lt;/span&gt;&lt;/div&gt;&lt;div&gt;&lt;span style=&quot;color: rgb(0, 0, 0);&quot;&gt;&lt;br&gt;&lt;/span&gt;&lt;/div&gt;&lt;div&gt;&lt;span style=&quot;color: rgb(0, 0, 0);&quot;&gt;&lt;br&gt;&lt;/span&gt;&lt;/div&gt;&lt;div&gt;&lt;span style=&quot;color: rgb(0, 0, 0);&quot;&gt;&lt;br&gt;&lt;/span&gt;&lt;/div&gt;&lt;div&gt;&lt;span style=&quot;color: rgb(0, 0, 0);&quot;&gt;&lt;br&gt;&lt;/span&gt;&lt;/div&gt;&lt;div&gt;&lt;span style=&quot;color: rgb(0, 0, 0);&quot;&gt;&lt;br&gt;&lt;/span&gt;&lt;/div&gt;&lt;div&gt;&lt;span style=&quot;color: rgb(0, 0, 0);&quot;&gt;&lt;br&gt;&lt;/span&gt;&lt;/div&gt;&lt;div&gt;&lt;span style=&quot;color: rgb(0, 0, 0);&quot;&gt;&lt;br&gt;&lt;/span&gt;&lt;/div&gt;&lt;div&gt;&lt;span style=&quot;color: rgb(0, 0, 0);&quot;&gt;&lt;br&gt;&lt;/span&gt;&lt;/div&gt;&lt;div&gt;&lt;span style=&quot;color: rgb(0, 0, 0);&quot;&gt;&lt;br&gt;&lt;/span&gt;&lt;/div&gt;&lt;div&gt;&lt;span style=&quot;color: rgb(0, 0, 0);&quot;&gt;&lt;br&gt;&lt;/span&gt;&lt;/div&gt;" style="html=1;outlineConnect=0;whiteSpace=wrap;shape=mxgraph.archimate3.application;appType=grouping;archiType=square;dashed=1;fillColor=none;" vertex="1" parent="1">
+                     <mxGeometry x="960" y="79.73" width="210" height="700.27" as="geometry"/>
                </mxCell>
            </root>
        </mxGraphModel>
    </diagram>
    <diagram id="yR3UBU6f4qSMuNbV7_kY" name="verdikjede-overordnet">
-         <mxGraphModel dx="686" dy="499" grid="1" gridSize="10" guides="1" tooltips="1" connect="1" arrows="1" fold="1" page="1" pageScale="1" pageWidth="1169" pageHeight="827" math="0" shadow="0">
+         <mxGraphModel dx="2185" dy="899" grid="1" gridSize="10" guides="1" tooltips="1" connect="1" arrows="1" fold="1" page="1" pageScale="1" pageWidth="1169" pageHeight="827" math="0" shadow="0">
            <root>
                <mxCell id="0"/>
                <mxCell id="1" parent="0"/>
                <mxCell id="8" value="Oppleve Symptomer" style="html=1;outlineConnect=0;whiteSpace=wrap;fillColor=#F5DEAA;shape=mxgraph.archimate3.application;appType=valueStream;archiType=rounded;" parent="1" vertex="1">
                    <mxGeometry x="160" y="100" width="100" height="50" as="geometry"/>
                </mxCell>
                <mxCell id="9" value="Forebygge" style="html=1;outlineConnect=0;whiteSpace=wrap;fillColor=#F5DEAA;shape=mxgraph.archimate3.application;appType=valueStream;archiType=rounded;" parent="1" vertex="1">
                    <mxGeometry x="20" y="100" width="100" height="50" as="geometry"/>
                </mxCell>
                <mxCell id="16" value="" style="edgeStyle=none;html=1;" parent="1" source="10" target="15" edge="1">
                    <mxGeometry relative="1" as="geometry"/>
                </mxCell>
                <mxCell id="10" value="Kartlegge" style="html=1;outlineConnect=0;whiteSpace=wrap;fillColor=#F5DEAA;shape=mxgraph.archimate3.application;appType=valueStream;archiType=rounded;" parent="1" vertex="1">
                    <mxGeometry x="300" y="100" width="100" height="50" as="geometry"/>
                </mxCell>
                <mxCell id="14" value="" style="edgeStyle=none;html=1;" parent="1" source="12" target="13" edge="1">
                    <mxGeometry relative="1" as="geometry"/>
                </mxCell>
                <mxCell id="12" value="Egenmestre" style="html=1;outlineConnect=0;whiteSpace=wrap;fillColor=#F5DEAA;shape=mxgraph.archimate3.application;appType=valueStream;archiType=rounded;" parent="1" vertex="1">
                    <mxGeometry x="440" y="100" width="100" height="50" as="geometry"/>
                </mxCell>
                <mxCell id="13" value="Veiledet selvhjelp" style="html=1;outlineConnect=0;whiteSpace=wrap;fillColor=#F5DEAA;shape=mxgraph.archimate3.application;appType=valueStream;archiType=rounded;" parent="1" vertex="1">
                    <mxGeometry x="580" y="100" width="100" height="50" as="geometry"/>
                </mxCell>
                <mxCell id="15" value="Veivise til tjenesten" style="html=1;outlineConnect=0;whiteSpace=wrap;fillColor=#F5DEAA;shape=mxgraph.archimate3.application;appType=valueStream;archiType=rounded;" parent="1" vertex="1">
                    <mxGeometry x="300" y="180" width="100" height="50" as="geometry"/>
                </mxCell>
                <mxCell id="17" value="" style="edgeStyle=elbowEdgeStyle;html=1;endArrow=block;dashed=0;elbow=vertical;endFill=1;exitX=1;exitY=0.5;exitDx=0;exitDy=0;exitPerimeter=0;entryX=0;entryY=0.5;entryDx=0;entryDy=0;entryPerimeter=0;" parent="1" source="10" target="12" edge="1">
                    <mxGeometry width="160" relative="1" as="geometry">
                        <mxPoint x="340" y="450" as="sourcePoint"/>
                        <mxPoint x="500" y="450" as="targetPoint"/>
                    </mxGeometry>
                </mxCell>
                <mxCell id="18" value="" style="edgeStyle=elbowEdgeStyle;html=1;endArrow=block;dashed=0;elbow=vertical;endFill=1;entryX=0;entryY=0.5;entryDx=0;entryDy=0;entryPerimeter=0;exitX=1;exitY=0.5;exitDx=0;exitDy=0;exitPerimeter=0;" parent="1" source="8" target="10" edge="1">
                    <mxGeometry width="160" relative="1" as="geometry">
                        <mxPoint x="340" y="450" as="sourcePoint"/>
                        <mxPoint x="500" y="450" as="targetPoint"/>
                    </mxGeometry>
                </mxCell>
                <mxCell id="19" value="" style="edgeStyle=elbowEdgeStyle;html=1;endArrow=block;dashed=0;elbow=vertical;endFill=1;exitX=1;exitY=0.5;exitDx=0;exitDy=0;exitPerimeter=0;" parent="1" source="9" edge="1">
                    <mxGeometry width="160" relative="1" as="geometry">
                        <mxPoint x="270" y="135" as="sourcePoint"/>
                        <mxPoint x="160" y="125" as="targetPoint"/>
                    </mxGeometry>
                </mxCell>
                <mxCell id="20" value="" style="edgeStyle=elbowEdgeStyle;html=1;endArrow=block;dashed=0;elbow=vertical;endFill=1;entryX=0.5;entryY=0;entryDx=0;entryDy=0;entryPerimeter=0;exitX=0.5;exitY=0;exitDx=0;exitDy=0;exitPerimeter=0;" parent="1" source="13" target="8" edge="1">
                    <mxGeometry width="160" relative="1" as="geometry">
                        <mxPoint x="280" y="145" as="sourcePoint"/>
                        <mxPoint x="320" y="145" as="targetPoint"/>
                        <Array as="points">
                            <mxPoint x="420" y="60"/>
                        </Array>
                    </mxGeometry>
                </mxCell>
                <mxCell id="21" value="" style="edgeStyle=elbowEdgeStyle;html=1;endArrow=block;dashed=0;elbow=vertical;endFill=1;entryX=0.5;entryY=1;entryDx=0;entryDy=0;entryPerimeter=0;exitX=1;exitY=0.5;exitDx=0;exitDy=0;exitPerimeter=0;" parent="1" source="15" target="12" edge="1">
                    <mxGeometry width="160" relative="1" as="geometry">
                        <mxPoint x="500" y="210" as="sourcePoint"/>
                        <mxPoint x="500" y="450" as="targetPoint"/>
                        <Array as="points">
                            <mxPoint x="450" y="190"/>
                        </Array>
                    </mxGeometry>
                </mxCell>
                <mxCell id="22" value="Katlegging (verktøy)" style="html=1;outlineConnect=0;whiteSpace=wrap;fillColor=#F5DEAA;shape=mxgraph.archimate3.application;appType=capability;archiType=rounded;" parent="1" vertex="1">
                    <mxGeometry x="300" y="300" width="100" height="52.5" as="geometry"/>
                </mxCell>
                <mxCell id="23" value="Symptom-kartlegging" style="html=1;outlineConnect=0;whiteSpace=wrap;fillColor=#F5DEAA;shape=mxgraph.archimate3.application;appType=capability;archiType=rounded;" parent="1" vertex="1">
                    <mxGeometry x="160" y="300" width="100" height="52.5" as="geometry"/>
                </mxCell>
                <mxCell id="24" value="Tjenesteveivisning" style="html=1;outlineConnect=0;whiteSpace=wrap;fillColor=#F5DEAA;shape=mxgraph.archimate3.application;appType=capability;archiType=rounded;" parent="1" vertex="1">
                    <mxGeometry x="300" y="380" width="100" height="52.5" as="geometry"/>
                </mxCell>
                <mxCell id="25" value="Egenmestring (verktøy)" style="html=1;outlineConnect=0;whiteSpace=wrap;fillColor=#F5DEAA;shape=mxgraph.archimate3.application;appType=capability;archiType=rounded;" parent="1" vertex="1">
                    <mxGeometry x="440" y="300" width="100" height="52.5" as="geometry"/>
                </mxCell>
                <mxCell id="27" value="Egenmestring (forebyggings verktøy)" style="html=1;outlineConnect=0;whiteSpace=wrap;fillColor=#F5DEAA;shape=mxgraph.archimate3.application;appType=capability;archiType=rounded;" parent="1" vertex="1">
                    <mxGeometry x="20" y="300" width="100" height="52.5" as="geometry"/>
                </mxCell>
                <mxCell id="28" value="eBehandling" style="html=1;outlineConnect=0;whiteSpace=wrap;fillColor=#F5DEAA;shape=mxgraph.archimate3.application;appType=capability;archiType=rounded;" parent="1" vertex="1">
                    <mxGeometry x="580" y="300" width="100" height="52.5" as="geometry"/>
                </mxCell>
                <mxCell id="29" value="Veiledet Egenmestring (verktøy)" style="html=1;outlineConnect=0;whiteSpace=wrap;fillColor=#F5DEAA;shape=mxgraph.archimate3.application;appType=capability;archiType=rounded;" parent="1" vertex="1">
                    <mxGeometry x="580" y="380" width="100" height="52.5" as="geometry"/>
                </mxCell>
                <mxCell id="30" value="Fastlege, Spesialist, legevakt etc" style="html=1;outlineConnect=0;whiteSpace=wrap;fillColor=#F5DEAA;shape=mxgraph.archimate3.application;appType=valueStream;archiType=rounded;" parent="1" vertex="1">
                    <mxGeometry x="720" y="100" width="100" height="50" as="geometry"/>
                </mxCell>
                <mxCell id="32" value="" style="edgeStyle=elbowEdgeStyle;html=1;endArrow=block;dashed=0;elbow=vertical;endFill=1;entryX=0.5;entryY=1;entryDx=0;entryDy=0;entryPerimeter=0;exitX=0.5;exitY=1;exitDx=0;exitDy=0;exitPerimeter=0;" parent="1" source="15" target="30" edge="1">
                    <mxGeometry width="160" relative="1" as="geometry">
                        <mxPoint x="340" y="360" as="sourcePoint"/>
                        <mxPoint x="500" y="360" as="targetPoint"/>
                        <Array as="points">
                            <mxPoint x="560" y="250"/>
                        </Array>
                    </mxGeometry>
                </mxCell>
                <mxCell id="33" value="" style="edgeStyle=elbowEdgeStyle;html=1;endArrow=block;dashed=0;elbow=vertical;endFill=1;entryX=0.5;entryY=0;entryDx=0;entryDy=0;entryPerimeter=0;exitX=0.5;exitY=0;exitDx=0;exitDy=0;exitPerimeter=0;" parent="1" source="30" target="9" edge="1">
                    <mxGeometry width="160" relative="1" as="geometry">
                        <mxPoint x="340" y="360" as="sourcePoint"/>
                        <mxPoint x="500" y="360" as="targetPoint"/>
                        <Array as="points">
                            <mxPoint x="420" y="40"/>
                        </Array>
                    </mxGeometry>
                </mxCell>
                <mxCell id="34" value="Journalføring" style="html=1;outlineConnect=0;whiteSpace=wrap;fillColor=#F5DEAA;shape=mxgraph.archimate3.application;appType=capability;archiType=rounded;" parent="1" vertex="1">
                    <mxGeometry x="720" y="300" width="100" height="52.5" as="geometry"/>
                </mxCell>
                <mxCell id="35" value="" style="edgeStyle=elbowEdgeStyle;html=1;endArrow=block;dashed=0;elbow=vertical;endFill=1;entryX=0;entryY=0.5;entryDx=0;entryDy=0;entryPerimeter=0;exitX=1;exitY=0.5;exitDx=0;exitDy=0;exitPerimeter=0;" parent="1" source="13" target="30" edge="1">
                    <mxGeometry width="160" relative="1" as="geometry">
                        <mxPoint x="340" y="360" as="sourcePoint"/>
                        <mxPoint x="500" y="360" as="targetPoint"/>
                    </mxGeometry>
                </mxCell>
                <mxCell id="36" value="KI symptom-kartlegging" style="html=1;outlineConnect=0;whiteSpace=wrap;fillColor=#FFB366;shape=mxgraph.archimate3.application;appType=capability;archiType=rounded;" parent="1" vertex="1">
                    <mxGeometry x="160" y="560" width="100" height="52.5" as="geometry"/>
                </mxCell>
                <mxCell id="37" value="KI veivisning" style="html=1;outlineConnect=0;whiteSpace=wrap;fillColor=#FFB366;shape=mxgraph.archimate3.application;appType=capability;archiType=rounded;" parent="1" vertex="1">
                    <mxGeometry x="300" y="560" width="100" height="52.5" as="geometry"/>
                </mxCell>
                <mxCell id="38" value="KI egenmestring" style="html=1;outlineConnect=0;whiteSpace=wrap;fillColor=#FFB366;shape=mxgraph.archimate3.application;appType=capability;archiType=rounded;" parent="1" vertex="1">
                    <mxGeometry x="440" y="560" width="100" height="52.5" as="geometry"/>
                </mxCell>
                <mxCell id="39" value="KI eBehandling" style="html=1;outlineConnect=0;whiteSpace=wrap;fillColor=#FFB366;shape=mxgraph.archimate3.application;appType=capability;archiType=rounded;" parent="1" vertex="1">
                    <mxGeometry x="580" y="560" width="100" height="52.5" as="geometry"/>
                </mxCell>
                <mxCell id="40" value="KI assistert journalføring" style="html=1;outlineConnect=0;whiteSpace=wrap;fillColor=#FFB366;shape=mxgraph.archimate3.application;appType=capability;archiType=rounded;" parent="1" vertex="1">
                    <mxGeometry x="720" y="560" width="100" height="52.5" as="geometry"/>
                </mxCell>
                <mxCell id="41" value="Samhandling" style="html=1;outlineConnect=0;whiteSpace=wrap;fillColor=#F5DEAA;shape=mxgraph.archimate3.application;appType=capability;archiType=rounded;" parent="1" vertex="1">
                    <mxGeometry x="300" y="760" width="520" height="30" as="geometry"/>
                </mxCell>
                <mxCell id="43" value="" style="endArrow=none;dashed=1;html=1;" parent="1" edge="1">
                    <mxGeometry width="50" height="50" relative="1" as="geometry">
                        <mxPoint x="20" y="270" as="sourcePoint"/>
                        <mxPoint x="840" y="270" as="targetPoint"/>
                        <Array as="points">
                            <mxPoint x="430" y="270"/>
                        </Array>
                    </mxGeometry>
                </mxCell>
                <mxCell id="44" value="" style="endArrow=none;dashed=1;html=1;" parent="1" edge="1">
                    <mxGeometry width="50" height="50" relative="1" as="geometry">
                        <mxPoint x="20" y="540" as="sourcePoint"/>
                        <mxPoint x="840" y="540" as="targetPoint"/>
                        <Array as="points">
                            <mxPoint x="430" y="540"/>
                        </Array>
                    </mxGeometry>
                </mxCell>
                <mxCell id="45" value="" style="endArrow=none;dashed=1;html=1;" parent="1" edge="1">
                    <mxGeometry width="50" height="50" relative="1" as="geometry">
                        <mxPoint x="20" y="630" as="sourcePoint"/>
                        <mxPoint x="840" y="630" as="targetPoint"/>
                        <Array as="points">
                            <mxPoint x="430" y="630"/>
                        </Array>
                    </mxGeometry>
                </mxCell>
                <mxCell id="46" value="Økosystem fasilitering" style="html=1;outlineConnect=0;whiteSpace=wrap;fillColor=#F5DEAA;shape=mxgraph.archimate3.application;appType=capability;archiType=rounded;" parent="1" vertex="1">
                    <mxGeometry x="20" y="660" width="660" height="30" as="geometry"/>
                </mxCell>
                <mxCell id="47" value="Planlegging" style="html=1;outlineConnect=0;whiteSpace=wrap;fillColor=#F5DEAA;shape=mxgraph.archimate3.application;appType=capability;archiType=rounded;" parent="1" vertex="1">
                    <mxGeometry x="300" y="710" width="520" height="30" as="geometry"/>
                </mxCell>
                <mxCell id="50" value="KI kapabiliteter" style="text;html=1;align=left;verticalAlign=middle;whiteSpace=wrap;rounded=0;" parent="1" vertex="1">
                    <mxGeometry x="20" y="540" width="120" height="30" as="geometry"/>
                </mxCell>
                <mxCell id="51" value="Forenklet tjenestereise" style="text;html=1;align=left;verticalAlign=middle;whiteSpace=wrap;rounded=0;" parent="1" vertex="1">
                    <mxGeometry x="20" width="130" height="30" as="geometry"/>
                </mxCell>
                <mxCell id="54" value="Innbygger / kliniker" style="text;html=1;align=left;verticalAlign=middle;whiteSpace=wrap;rounded=0;" parent="1" vertex="1">
                    <mxGeometry x="20" y="270" width="120" height="30" as="geometry"/>
                </mxCell>
                <mxCell id="56" value="Grunnleggende kapabiliteter" style="text;html=1;align=left;verticalAlign=middle;whiteSpace=wrap;rounded=0;" parent="1" vertex="1">
                    <mxGeometry x="20" y="630" width="170" height="30" as="geometry"/>
                </mxCell>
                <mxCell id="58" value="Henvise /medisinere" style="html=1;outlineConnect=0;whiteSpace=wrap;fillColor=#F5DEAA;shape=mxgraph.archimate3.application;appType=valueStream;archiType=rounded;" parent="1" vertex="1">
                    <mxGeometry x="580" y="180" width="100" height="50" as="geometry"/>
                </mxCell>
                <mxCell id="59" value="" style="edgeStyle=elbowEdgeStyle;html=1;endArrow=block;dashed=0;elbow=vertical;endFill=1;exitX=1;exitY=0.75;exitDx=0;exitDy=0;exitPerimeter=0;entryX=0;entryY=0.5;entryDx=0;entryDy=0;entryPerimeter=0;" parent="1" source="15" target="58" edge="1">
                    <mxGeometry width="160" relative="1" as="geometry">
                        <mxPoint x="410" y="215" as="sourcePoint"/>
                        <mxPoint x="550" y="220" as="targetPoint"/>
                        <Array as="points">
                            <mxPoint x="450" y="220"/>
                        </Array>
                    </mxGeometry>
                </mxCell>
                <mxCell id="60" value="" style="edgeStyle=elbowEdgeStyle;html=1;endArrow=block;dashed=0;elbow=vertical;endFill=1;exitX=1;exitY=0.5;exitDx=0;exitDy=0;exitPerimeter=0;entryX=0.25;entryY=1;entryDx=0;entryDy=0;entryPerimeter=0;" parent="1" source="58" target="30" edge="1">
                    <mxGeometry width="160" relative="1" as="geometry">
                        <mxPoint x="410" y="228" as="sourcePoint"/>
                        <mxPoint x="590" y="215" as="targetPoint"/>
                        <Array as="points">
                            <mxPoint x="720" y="205"/>
                        </Array>
                    </mxGeometry>
                </mxCell>
                <mxCell id="61" value="Egen-henvisning og -medisinering" style="html=1;outlineConnect=0;whiteSpace=wrap;fillColor=#F5DEAA;shape=mxgraph.archimate3.application;appType=capability;archiType=rounded;" parent="1" vertex="1">
                    <mxGeometry x="580" y="460" width="100" height="52.5" as="geometry"/>
                </mxCell>
                <mxCell id="62" value="Bestilling" style="html=1;outlineConnect=0;whiteSpace=wrap;fillColor=#F5DEAA;shape=mxgraph.archimate3.application;appType=capability;archiType=rounded;" parent="1" vertex="1">
                    <mxGeometry x="300" y="460" width="100" height="52.5" as="geometry"/>
                </mxCell>
            </root>
        </mxGraphModel>
    </diagram>
    <diagram id="QePevzOGQcMEyxp_wbvx" name="verdikjede-verdi">
-         <mxGraphModel dx="686" dy="499" grid="1" gridSize="10" guides="1" tooltips="1" connect="1" arrows="1" fold="1" page="1" pageScale="1" pageWidth="1169" pageHeight="827" math="0" shadow="0">
+         <mxGraphModel dx="2185" dy="899" grid="1" gridSize="10" guides="1" tooltips="1" connect="1" arrows="1" fold="1" page="1" pageScale="1" pageWidth="1169" pageHeight="827" math="0" shadow="0">
            <root>
                <mxCell id="0"/>
                <mxCell id="1" parent="0"/>
                <mxCell id="t-pgimBPQop8rT4Ed4PY-1" value="Oppleve Symptomer" style="html=1;outlineConnect=0;whiteSpace=wrap;fillColor=#F5DEAA;shape=mxgraph.archimate3.application;appType=valueStream;archiType=rounded;" parent="1" vertex="1">
                    <mxGeometry x="40" y="120" width="100" height="50" as="geometry"/>
                </mxCell>
                <mxCell id="t-pgimBPQop8rT4Ed4PY-2" value="Forebygge" style="html=1;outlineConnect=0;whiteSpace=wrap;fillColor=#F5DEAA;shape=mxgraph.archimate3.application;appType=valueStream;archiType=rounded;" parent="1" vertex="1">
                    <mxGeometry x="40" y="200" width="100" height="50" as="geometry"/>
                </mxCell>
                <mxCell id="t-pgimBPQop8rT4Ed4PY-3" value="" style="edgeStyle=none;html=1;" parent="1" source="t-pgimBPQop8rT4Ed4PY-4" target="t-pgimBPQop8rT4Ed4PY-8" edge="1">
                    <mxGeometry relative="1" as="geometry"/>
                </mxCell>
                <mxCell id="t-pgimBPQop8rT4Ed4PY-4" value="Kartlegge" style="html=1;outlineConnect=0;whiteSpace=wrap;fillColor=#F5DEAA;shape=mxgraph.archimate3.application;appType=valueStream;archiType=rounded;" parent="1" vertex="1">
                    <mxGeometry x="180" y="120" width="100" height="50" as="geometry"/>
                </mxCell>
                <mxCell id="t-pgimBPQop8rT4Ed4PY-5" value="" style="edgeStyle=none;html=1;" parent="1" source="t-pgimBPQop8rT4Ed4PY-6" target="t-pgimBPQop8rT4Ed4PY-7" edge="1">
                    <mxGeometry relative="1" as="geometry"/>
                </mxCell>
                <mxCell id="t-pgimBPQop8rT4Ed4PY-6" value="Egenmestre" style="html=1;outlineConnect=0;whiteSpace=wrap;fillColor=#F5DEAA;shape=mxgraph.archimate3.application;appType=valueStream;archiType=rounded;" parent="1" vertex="1">
                    <mxGeometry x="320" y="120" width="100" height="50" as="geometry"/>
                </mxCell>
                <mxCell id="t-pgimBPQop8rT4Ed4PY-7" value="Veiledet selvhjelp" style="html=1;outlineConnect=0;whiteSpace=wrap;fillColor=#F5DEAA;shape=mxgraph.archimate3.application;appType=valueStream;archiType=rounded;" parent="1" vertex="1">
                    <mxGeometry x="460" y="120" width="100" height="50" as="geometry"/>
                </mxCell>
                <mxCell id="t-pgimBPQop8rT4Ed4PY-8" value="Veivise til tjenesten" style="html=1;outlineConnect=0;whiteSpace=wrap;fillColor=#F5DEAA;shape=mxgraph.archimate3.application;appType=valueStream;archiType=rounded;" parent="1" vertex="1">
                    <mxGeometry x="180" y="200" width="100" height="50" as="geometry"/>
                </mxCell>
                <mxCell id="t-pgimBPQop8rT4Ed4PY-9" value="" style="edgeStyle=elbowEdgeStyle;html=1;endArrow=block;dashed=0;elbow=vertical;endFill=1;exitX=1;exitY=0.5;exitDx=0;exitDy=0;exitPerimeter=0;entryX=0;entryY=0.5;entryDx=0;entryDy=0;entryPerimeter=0;" parent="1" source="t-pgimBPQop8rT4Ed4PY-4" target="t-pgimBPQop8rT4Ed4PY-6" edge="1">
                    <mxGeometry width="160" relative="1" as="geometry">
                        <mxPoint x="220" y="470" as="sourcePoint"/>
                        <mxPoint x="380" y="470" as="targetPoint"/>
                    </mxGeometry>
                </mxCell>
                <mxCell id="t-pgimBPQop8rT4Ed4PY-10" value="" style="edgeStyle=elbowEdgeStyle;html=1;endArrow=block;dashed=0;elbow=vertical;endFill=1;entryX=0;entryY=0.5;entryDx=0;entryDy=0;entryPerimeter=0;exitX=1;exitY=0.5;exitDx=0;exitDy=0;exitPerimeter=0;" parent="1" source="t-pgimBPQop8rT4Ed4PY-1" target="t-pgimBPQop8rT4Ed4PY-4" edge="1">
                    <mxGeometry width="160" relative="1" as="geometry">
                        <mxPoint x="220" y="470" as="sourcePoint"/>
                        <mxPoint x="380" y="470" as="targetPoint"/>
                    </mxGeometry>
                </mxCell>
                <mxCell id="t-pgimBPQop8rT4Ed4PY-11" value="" style="edgeStyle=elbowEdgeStyle;html=1;endArrow=block;dashed=0;elbow=vertical;endFill=1;exitX=0.5;exitY=0;exitDx=0;exitDy=0;exitPerimeter=0;entryX=0.5;entryY=1;entryDx=0;entryDy=0;entryPerimeter=0;" parent="1" source="t-pgimBPQop8rT4Ed4PY-2" target="t-pgimBPQop8rT4Ed4PY-1" edge="1">
                    <mxGeometry width="160" relative="1" as="geometry">
                        <mxPoint x="150" y="155" as="sourcePoint"/>
                        <mxPoint x="40" y="145" as="targetPoint"/>
                    </mxGeometry>
                </mxCell>
                <mxCell id="t-pgimBPQop8rT4Ed4PY-13" value="" style="edgeStyle=elbowEdgeStyle;html=1;endArrow=block;dashed=0;elbow=vertical;endFill=1;entryX=0.5;entryY=1;entryDx=0;entryDy=0;entryPerimeter=0;exitX=1;exitY=0.5;exitDx=0;exitDy=0;exitPerimeter=0;" parent="1" source="t-pgimBPQop8rT4Ed4PY-8" target="t-pgimBPQop8rT4Ed4PY-6" edge="1">
                    <mxGeometry width="160" relative="1" as="geometry">
                        <mxPoint x="380" y="230" as="sourcePoint"/>
                        <mxPoint x="380" y="470" as="targetPoint"/>
                        <Array as="points">
                            <mxPoint x="320" y="230"/>
                        </Array>
                    </mxGeometry>
                </mxCell>
                <mxCell id="t-pgimBPQop8rT4Ed4PY-14" value="Fastlege, Spesialist, legevakt etc" style="html=1;outlineConnect=0;whiteSpace=wrap;fillColor=#F5DEAA;shape=mxgraph.archimate3.application;appType=valueStream;archiType=rounded;" parent="1" vertex="1">
                    <mxGeometry x="460" y="290" width="100" height="50" as="geometry"/>
                </mxCell>
                <mxCell id="t-pgimBPQop8rT4Ed4PY-15" value="" style="edgeStyle=elbowEdgeStyle;html=1;endArrow=block;dashed=0;elbow=vertical;endFill=1;entryX=0;entryY=0.5;entryDx=0;entryDy=0;entryPerimeter=0;exitX=0.5;exitY=1;exitDx=0;exitDy=0;exitPerimeter=0;" parent="1" source="t-pgimBPQop8rT4Ed4PY-8" target="t-pgimBPQop8rT4Ed4PY-14" edge="1">
                    <mxGeometry width="160" relative="1" as="geometry">
                        <mxPoint x="220" y="380" as="sourcePoint"/>
                        <mxPoint x="380" y="380" as="targetPoint"/>
                        <Array as="points">
                            <mxPoint x="350" y="310"/>
                        </Array>
                    </mxGeometry>
                </mxCell>
                <mxCell id="t-pgimBPQop8rT4Ed4PY-17" value="" style="edgeStyle=elbowEdgeStyle;html=1;endArrow=block;dashed=0;elbow=vertical;endFill=1;entryX=1;entryY=0.5;entryDx=0;entryDy=0;entryPerimeter=0;exitX=1;exitY=0.5;exitDx=0;exitDy=0;exitPerimeter=0;" parent="1" source="t-pgimBPQop8rT4Ed4PY-7" target="t-pgimBPQop8rT4Ed4PY-14" edge="1">
                    <mxGeometry width="160" relative="1" as="geometry">
                        <mxPoint x="220" y="380" as="sourcePoint"/>
                        <mxPoint x="380" y="380" as="targetPoint"/>
                        <Array as="points">
                            <mxPoint x="620" y="230"/>
                        </Array>
                    </mxGeometry>
                </mxCell>
                <mxCell id="t-pgimBPQop8rT4Ed4PY-19" value="Henvise /medisinere" style="html=1;outlineConnect=0;whiteSpace=wrap;fillColor=#F5DEAA;shape=mxgraph.archimate3.application;appType=valueStream;archiType=rounded;" parent="1" vertex="1">
                    <mxGeometry x="460" y="200" width="100" height="50" as="geometry"/>
                </mxCell>
                <mxCell id="t-pgimBPQop8rT4Ed4PY-20" value="" style="edgeStyle=elbowEdgeStyle;html=1;endArrow=block;dashed=0;elbow=vertical;endFill=1;exitX=1;exitY=0.75;exitDx=0;exitDy=0;exitPerimeter=0;" parent="1" source="t-pgimBPQop8rT4Ed4PY-8" edge="1">
                    <mxGeometry width="160" relative="1" as="geometry">
                        <mxPoint x="290" y="235" as="sourcePoint"/>
                        <mxPoint x="460" y="238" as="targetPoint"/>
                        <Array as="points">
                            <mxPoint x="330" y="240"/>
                        </Array>
                    </mxGeometry>
                </mxCell>
                <mxCell id="t-pgimBPQop8rT4Ed4PY-21" value="" style="edgeStyle=elbowEdgeStyle;html=1;endArrow=block;dashed=0;elbow=vertical;endFill=1;exitX=1;exitY=0.5;exitDx=0;exitDy=0;exitPerimeter=0;entryX=1;entryY=0.25;entryDx=0;entryDy=0;entryPerimeter=0;" parent="1" source="t-pgimBPQop8rT4Ed4PY-19" target="t-pgimBPQop8rT4Ed4PY-14" edge="1">
                    <mxGeometry width="160" relative="1" as="geometry">
                        <mxPoint x="290" y="248" as="sourcePoint"/>
                        <mxPoint x="470" y="235" as="targetPoint"/>
                        <Array as="points">
                            <mxPoint x="600" y="260"/>
                        </Array>
                    </mxGeometry>
                </mxCell>
                <mxCell id="t-pgimBPQop8rT4Ed4PY-22" value="Rask behandling på riktig omsorgsnivå" style="html=1;outlineConnect=0;whiteSpace=wrap;fillColor=#CCCCFF;shape=mxgraph.archimate3.application;appType=goal;archiType=oct;" parent="1" vertex="1">
                    <mxGeometry x="640" y="110" width="120" height="60" as="geometry"/>
                </mxCell>
                <mxCell id="t-pgimBPQop8rT4Ed4PY-24" value="Behandling på lavest mulig omsorgsnivå" style="html=1;outlineConnect=0;whiteSpace=wrap;fillColor=#CCCCFF;shape=mxgraph.archimate3.application;appType=goal;archiType=oct;" parent="1" vertex="1">
                    <mxGeometry x="640" y="200" width="120" height="60" as="geometry"/>
                </mxCell>
                <mxCell id="t-pgimBPQop8rT4Ed4PY-26" value="Innnbygger" style="html=1;outlineConnect=0;whiteSpace=wrap;fillColor=#CCCCFF;shape=mxgraph.archimate3.role;" parent="1" vertex="1">
                    <mxGeometry x="640" y="30" width="120" height="50" as="geometry"/>
                </mxCell>
                <mxCell id="t-pgimBPQop8rT4Ed4PY-27" value="Helsetjenesten" style="html=1;outlineConnect=0;whiteSpace=wrap;fillColor=#CCCCFF;shape=mxgraph.archimate3.role;" parent="1" vertex="1">
                    <mxGeometry x="640" y="290" width="120" height="50" as="geometry"/>
                </mxCell>
                <mxCell id="t-pgimBPQop8rT4Ed4PY-28" value="" style="edgeStyle=elbowEdgeStyle;html=1;endArrow=none;elbow=vertical;entryX=0.5;entryY=1;entryDx=0;entryDy=0;entryPerimeter=0;exitX=0.5;exitY=0;exitDx=0;exitDy=0;exitPerimeter=0;" parent="1" source="t-pgimBPQop8rT4Ed4PY-27" target="t-pgimBPQop8rT4Ed4PY-24" edge="1">
                    <mxGeometry width="160" relative="1" as="geometry">
                        <mxPoint x="500" y="430" as="sourcePoint"/>
                        <mxPoint x="660" y="430" as="targetPoint"/>
                    </mxGeometry>
                </mxCell>
                <mxCell id="t-pgimBPQop8rT4Ed4PY-29" value="" style="edgeStyle=elbowEdgeStyle;html=1;endArrow=none;elbow=vertical;entryX=0.5;entryY=1;entryDx=0;entryDy=0;entryPerimeter=0;exitX=0.5;exitY=0;exitDx=0;exitDy=0;exitPerimeter=0;" parent="1" source="t-pgimBPQop8rT4Ed4PY-22" target="t-pgimBPQop8rT4Ed4PY-26" edge="1">
                    <mxGeometry width="160" relative="1" as="geometry">
                        <mxPoint x="710" y="305" as="sourcePoint"/>
                        <mxPoint x="710" y="260" as="targetPoint"/>
                    </mxGeometry>
                </mxCell>
                <mxCell id="t-pgimBPQop8rT4Ed4PY-30" value="" style="endArrow=block;html=1;endFill=0;edgeStyle=elbowEdgeStyle;elbow=vertical;entryX=0.5;entryY=1;entryDx=0;entryDy=0;entryPerimeter=0;" parent="1" target="t-pgimBPQop8rT4Ed4PY-22" edge="1">
                    <mxGeometry width="160" relative="1" as="geometry">
                        <mxPoint x="700" y="200" as="sourcePoint"/>
                        <mxPoint x="660" y="430" as="targetPoint"/>
                    </mxGeometry>
                </mxCell>
                <mxCell id="t-pgimBPQop8rT4Ed4PY-31" value="+" style="edgeStyle=elbowEdgeStyle;html=1;endArrow=open;elbow=vertical;endFill=0;dashed=1;dashPattern=6 4;exitX=1;exitY=0.25;exitDx=0;exitDy=0;exitPerimeter=0;" parent="1" source="t-pgimBPQop8rT4Ed4PY-7" target="t-pgimBPQop8rT4Ed4PY-22" edge="1">
                    <mxGeometry x="0.2469" y="1" relative="1" as="geometry">
                        <mxPoint x="500" y="430" as="sourcePoint"/>
                        <mxPoint x="660" y="430" as="targetPoint"/>
                        <mxPoint x="1" y="1" as="offset"/>
                    </mxGeometry>
                </mxCell>
                <mxCell id="3GNly8swfIl7gGlAvl97-1" value="Klare mer selv" style="html=1;outlineConnect=0;whiteSpace=wrap;fillColor=#CCCCFF;shape=mxgraph.archimate3.application;appType=goal;archiType=oct;" parent="1" vertex="1">
                    <mxGeometry x="450" y="30" width="120" height="50" as="geometry"/>
                </mxCell>
                <mxCell id="3GNly8swfIl7gGlAvl97-2" value="Behandle flere med færre hender" style="html=1;outlineConnect=0;whiteSpace=wrap;fillColor=#CCCCFF;shape=mxgraph.archimate3.application;appType=goal;archiType=oct;" parent="1" vertex="1">
                    <mxGeometry x="800" y="200" width="120" height="60" as="geometry"/>
                </mxCell>
                <mxCell id="3GNly8swfIl7gGlAvl97-3" value="Sammenhengende tjenester" style="html=1;outlineConnect=0;whiteSpace=wrap;fillColor=#CCCCFF;shape=mxgraph.archimate3.application;appType=goal;archiType=oct;" parent="1" vertex="1">
                    <mxGeometry x="800" y="110" width="120" height="60" as="geometry"/>
                </mxCell>
                <mxCell id="3GNly8swfIl7gGlAvl97-4" value="+" style="edgeStyle=elbowEdgeStyle;html=1;endArrow=open;elbow=vertical;endFill=0;dashed=1;dashPattern=6 4;exitX=0.5;exitY=0;exitDx=0;exitDy=0;exitPerimeter=0;entryX=0.5;entryY=1;entryDx=0;entryDy=0;entryPerimeter=0;" parent="1" source="t-pgimBPQop8rT4Ed4PY-7" target="3GNly8swfIl7gGlAvl97-1" edge="1">
                    <mxGeometry x="0.2469" y="1" relative="1" as="geometry">
                        <mxPoint x="570" y="143" as="sourcePoint"/>
                        <mxPoint x="650" y="143" as="targetPoint"/>
                        <mxPoint x="1" y="1" as="offset"/>
                    </mxGeometry>
                </mxCell>
                <mxCell id="3GNly8swfIl7gGlAvl97-5" value="" style="edgeStyle=elbowEdgeStyle;html=1;endArrow=none;elbow=vertical;entryX=0;entryY=0.5;entryDx=0;entryDy=0;entryPerimeter=0;exitX=1;exitY=0.5;exitDx=0;exitDy=0;exitPerimeter=0;" parent="1" source="3GNly8swfIl7gGlAvl97-1" target="t-pgimBPQop8rT4Ed4PY-26" edge="1">
                    <mxGeometry width="160" relative="1" as="geometry">
                        <mxPoint x="710" y="120" as="sourcePoint"/>
                        <mxPoint x="710" y="90" as="targetPoint"/>
                    </mxGeometry>
                </mxCell>
                <mxCell id="XD-bJeYkI-AFAmwgRQcM-1" value="Riktig behandling av god kvalitet" style="html=1;outlineConnect=0;whiteSpace=wrap;fillColor=#CCCCFF;shape=mxgraph.archimate3.application;appType=goal;archiType=oct;" parent="1" vertex="1">
                    <mxGeometry x="800" y="30" width="120" height="50" as="geometry"/>
                </mxCell>
                <mxCell id="tcc9w6u4mDXMCJ0TJktX-1" value="" style="edgeStyle=elbowEdgeStyle;html=1;endArrow=none;elbow=vertical;entryX=0;entryY=0.5;entryDx=0;entryDy=0;entryPerimeter=0;exitX=1;exitY=0.5;exitDx=0;exitDy=0;exitPerimeter=0;" parent="1" source="t-pgimBPQop8rT4Ed4PY-26" target="XD-bJeYkI-AFAmwgRQcM-1" edge="1">
                    <mxGeometry width="160" relative="1" as="geometry">
                        <mxPoint x="580" y="65" as="sourcePoint"/>
                        <mxPoint x="650" y="65" as="targetPoint"/>
                    </mxGeometry>
                </mxCell>
            </root>
        </mxGraphModel>
    </diagram>
    <diagram id="O3QjiOL2nl1_qWtQnt6R" name="tjeneste-kjede">
-         <mxGraphModel dx="807" dy="587" grid="1" gridSize="10" guides="1" tooltips="1" connect="1" arrows="1" fold="1" page="1" pageScale="1" pageWidth="1169" pageHeight="827" math="0" shadow="0">
+         <mxGraphModel dx="2185" dy="899" grid="1" gridSize="10" guides="1" tooltips="1" connect="1" arrows="1" fold="1" page="1" pageScale="1" pageWidth="1169" pageHeight="827" math="0" shadow="0">
            <root>
                <mxCell id="0"/>
                <mxCell id="1" parent="0"/>
                <mxCell id="z8HnSQFQwWD63jmKV9dQ-6" value="Hendelseskapabiliteter&lt;div&gt;&lt;br&gt;&lt;/div&gt;&lt;div&gt;&lt;br&gt;&lt;/div&gt;&lt;div&gt;&lt;br&gt;&lt;/div&gt;&lt;div&gt;&lt;br&gt;&lt;/div&gt;&lt;div&gt;&lt;br&gt;&lt;/div&gt;&lt;div&gt;&lt;br&gt;&lt;/div&gt;&lt;div&gt;&lt;br&gt;&lt;/div&gt;&lt;div&gt;&lt;br&gt;&lt;/div&gt;&lt;div style=&quot;&quot;&gt;&lt;br&gt;&lt;/div&gt;" style="html=1;outlineConnect=0;whiteSpace=wrap;shape=mxgraph.archimate3.application;appType=grouping;archiType=square;dashed=1;fillColor=none;align=left;" parent="1" vertex="1">
                    <mxGeometry x="10" y="410" width="230" height="165" as="geometry"/>
                </mxCell>
                <mxCell id="BuL-0O40kC-6M-j3F13p-1" value="Data" style="html=1;outlineConnect=0;whiteSpace=wrap;fillColor=#F5DEAA;shape=mxgraph.archimate3.application;appType=valueStream;archiType=rounded;" parent="1" vertex="1">
                    <mxGeometry x="380" y="340" width="100" height="50" as="geometry"/>
                </mxCell>
                <mxCell id="BuL-0O40kC-6M-j3F13p-2" value="Tjeneste leveranse" style="html=1;outlineConnect=0;whiteSpace=wrap;fillColor=#F5DEAA;shape=mxgraph.archimate3.application;appType=valueStream;archiType=rounded;" parent="1" vertex="1">
                    <mxGeometry x="250" y="190" width="100" height="50" as="geometry"/>
                </mxCell>
                <mxCell id="BuL-0O40kC-6M-j3F13p-3" value="Hendelse" style="html=1;outlineConnect=0;whiteSpace=wrap;fillColor=#F5DEAA;shape=mxgraph.archimate3.application;appType=valueStream;archiType=rounded;" parent="1" vertex="1">
                    <mxGeometry x="120" y="340" width="100" height="50" as="geometry"/>
                </mxCell>
                <mxCell id="bTM0hNlLQCSRTd3pSbjj-1" value="Innnbygger" style="html=1;outlineConnect=0;whiteSpace=wrap;fillColor=#CCCCFF;shape=mxgraph.archimate3.role;" parent="1" vertex="1">
                    <mxGeometry x="250" y="260" width="100" height="40" as="geometry"/>
                </mxCell>
                <mxCell id="D0IF6Y4VKBmNZ_BpnIoN-1" value="Behov" style="html=1;outlineConnect=0;whiteSpace=wrap;fillColor=#CCCCFF;shape=mxgraph.archimate3.application;appType=goal;archiType=oct;" parent="1" vertex="1">
                    <mxGeometry x="250" y="300" width="100" height="40" as="geometry"/>
                </mxCell>
                <mxCell id="lrqInNuPQVZC1IQ3DJ-A-1" value="Avtaler" style="html=1;outlineConnect=0;whiteSpace=wrap;fillColor=#F5DEAA;shape=mxgraph.archimate3.application;appType=capability;archiType=rounded;" parent="1" vertex="1">
                    <mxGeometry x="307.5" y="85" width="100" height="50" as="geometry"/>
                </mxCell>
                <mxCell id="lrqInNuPQVZC1IQ3DJ-A-2" value="Sandkasse og testing" style="html=1;outlineConnect=0;whiteSpace=wrap;fillColor=#F5DEAA;shape=mxgraph.archimate3.application;appType=capability;archiType=rounded;" parent="1" vertex="1">
                    <mxGeometry x="197.5" y="85" width="100" height="50" as="geometry"/>
                </mxCell>
                <mxCell id="lrqInNuPQVZC1IQ3DJ-A-3" value="Tjenesteforvaltning" style="html=1;outlineConnect=0;whiteSpace=wrap;fillColor=#F5DEAA;shape=mxgraph.archimate3.application;appType=capability;archiType=rounded;" parent="1" vertex="1">
                    <mxGeometry x="197.5" y="25" width="100" height="50" as="geometry"/>
                </mxCell>
                <mxCell id="lrqInNuPQVZC1IQ3DJ-A-4" value="Betaling" style="html=1;outlineConnect=0;whiteSpace=wrap;fillColor=#F5DEAA;shape=mxgraph.archimate3.application;appType=capability;archiType=rounded;" parent="1" vertex="1">
                    <mxGeometry x="307.5" y="25" width="100" height="50" as="geometry"/>
                </mxCell>
                <mxCell id="8IgC8LpuB7pLfF5Y-zzh-1" value="Samhandling/ deling" style="html=1;outlineConnect=0;whiteSpace=wrap;fillColor=#F5DEAA;shape=mxgraph.archimate3.application;appType=capability;archiType=rounded;direction=south;" parent="1" vertex="1">
                    <mxGeometry x="490" y="506" width="90" height="50" as="geometry"/>
                </mxCell>
                <mxCell id="8IgC8LpuB7pLfF5Y-zzh-2" value="Grunndata" style="html=1;outlineConnect=0;whiteSpace=wrap;fillColor=#F5DEAA;shape=mxgraph.archimate3.application;appType=capability;archiType=rounded;" parent="1" vertex="1">
                    <mxGeometry x="590" y="440" width="100" height="50" as="geometry"/>
                </mxCell>
                <mxCell id="8IgC8LpuB7pLfF5Y-zzh-3" value="Oppdaging og orkestrering" style="html=1;outlineConnect=0;whiteSpace=wrap;fillColor=#F5DEAA;shape=mxgraph.archimate3.application;appType=capability;archiType=rounded;direction=south;" parent="1" vertex="1">
                    <mxGeometry x="490" y="440" width="90" height="50" as="geometry"/>
                </mxCell>
                <mxCell id="8IgC8LpuB7pLfF5Y-zzh-4" value="Lagring?" style="html=1;outlineConnect=0;whiteSpace=wrap;fillColor=#FFCCCC;shape=mxgraph.archimate3.application;appType=capability;archiType=rounded;" parent="1" vertex="1">
                    <mxGeometry x="380" y="440" width="100" height="50" as="geometry"/>
                </mxCell>
                <mxCell id="8IgC8LpuB7pLfF5Y-zzh-5" value="Finne" style="html=1;outlineConnect=0;whiteSpace=wrap;fillColor=#F5DEAA;shape=mxgraph.archimate3.application;appType=capability;archiType=rounded;" parent="1" vertex="1">
                    <mxGeometry x="380" y="506" width="100" height="50" as="geometry"/>
                </mxCell>
                <mxCell id="8IgC8LpuB7pLfF5Y-zzh-6" value="Publisering" style="html=1;outlineConnect=0;whiteSpace=wrap;fillColor=#F5DEAA;shape=mxgraph.archimate3.application;appType=capability;archiType=rounded;" parent="1" vertex="1">
                    <mxGeometry x="130" y="439" width="90" height="50" as="geometry"/>
                </mxCell>
                <mxCell id="8IgC8LpuB7pLfF5Y-zzh-7" value="Abonnering" style="html=1;outlineConnect=0;whiteSpace=wrap;fillColor=#F5DEAA;shape=mxgraph.archimate3.application;appType=capability;archiType=rounded;" parent="1" vertex="1">
                    <mxGeometry x="30" y="439" width="90" height="50" as="geometry"/>
                </mxCell>
                <mxCell id="z8HnSQFQwWD63jmKV9dQ-1" value="" style="edgeStyle=orthogonalEdgeStyle;html=1;endArrow=block;dashed=0;elbow=vertical;endFill=1;exitX=1;exitY=0.5;exitDx=0;exitDy=0;exitPerimeter=0;entryX=0.5;entryY=0;entryDx=0;entryDy=0;entryPerimeter=0;" parent="1" source="BuL-0O40kC-6M-j3F13p-2" target="BuL-0O40kC-6M-j3F13p-1" edge="1">
                    <mxGeometry width="160" relative="1" as="geometry">
                        <mxPoint x="290" y="240" as="sourcePoint"/>
                        <mxPoint x="450" y="240" as="targetPoint"/>
                    </mxGeometry>
                </mxCell>
                <mxCell id="z8HnSQFQwWD63jmKV9dQ-2" value="" style="edgeStyle=orthogonalEdgeStyle;html=1;endArrow=block;dashed=0;elbow=vertical;endFill=1;exitX=0.5;exitY=0;exitDx=0;exitDy=0;exitPerimeter=0;entryX=0;entryY=0.5;entryDx=0;entryDy=0;entryPerimeter=0;" parent="1" source="BuL-0O40kC-6M-j3F13p-3" target="BuL-0O40kC-6M-j3F13p-2" edge="1">
                    <mxGeometry width="160" relative="1" as="geometry">
                        <mxPoint x="360" y="225" as="sourcePoint"/>
                        <mxPoint x="440" y="350" as="targetPoint"/>
                    </mxGeometry>
                </mxCell>
                <mxCell id="z8HnSQFQwWD63jmKV9dQ-3" value="" style="edgeStyle=orthogonalEdgeStyle;html=1;endArrow=block;dashed=0;elbow=vertical;endFill=1;exitX=0;exitY=0.5;exitDx=0;exitDy=0;exitPerimeter=0;entryX=1;entryY=0.5;entryDx=0;entryDy=0;entryPerimeter=0;" parent="1" source="BuL-0O40kC-6M-j3F13p-1" target="BuL-0O40kC-6M-j3F13p-3" edge="1">
                    <mxGeometry width="160" relative="1" as="geometry">
                        <mxPoint x="370" y="235" as="sourcePoint"/>
                        <mxPoint x="450" y="360" as="targetPoint"/>
                    </mxGeometry>
                </mxCell>
                <mxCell id="z8HnSQFQwWD63jmKV9dQ-4" value="Tjenesteleveranse&lt;div&gt;&lt;br&gt;&lt;/div&gt;&lt;div&gt;&lt;br&gt;&lt;/div&gt;&lt;div&gt;&lt;br&gt;&lt;/div&gt;&lt;div&gt;&lt;br&gt;&lt;/div&gt;&lt;div&gt;&lt;br&gt;&lt;/div&gt;&lt;div&gt;&lt;br&gt;&lt;/div&gt;&lt;div&gt;&lt;br&gt;&lt;/div&gt;&lt;div&gt;&lt;br&gt;&lt;/div&gt;&lt;div style=&quot;&quot;&gt;&lt;br&gt;&lt;/div&gt;" style="html=1;outlineConnect=0;whiteSpace=wrap;shape=mxgraph.archimate3.application;appType=grouping;archiType=square;dashed=1;fillColor=none;align=left;" parent="1" vertex="1">
                    <mxGeometry x="172.5" width="255" height="155" as="geometry"/>
                </mxCell>
                <mxCell id="z8HnSQFQwWD63jmKV9dQ-5" value="Datakapabiliteter&lt;div&gt;&lt;br&gt;&lt;/div&gt;&lt;div&gt;&lt;br&gt;&lt;/div&gt;&lt;div&gt;&lt;br&gt;&lt;/div&gt;&lt;div&gt;&lt;br&gt;&lt;/div&gt;&lt;div&gt;&lt;br&gt;&lt;/div&gt;&lt;div&gt;&lt;br&gt;&lt;/div&gt;&lt;div&gt;&lt;br&gt;&lt;/div&gt;&lt;div&gt;&lt;br&gt;&lt;/div&gt;&lt;div style=&quot;&quot;&gt;&lt;br&gt;&lt;/div&gt;" style="html=1;outlineConnect=0;whiteSpace=wrap;shape=mxgraph.archimate3.application;appType=grouping;archiType=square;dashed=1;fillColor=none;align=left;" parent="1" vertex="1">
                    <mxGeometry x="360" y="410" width="350" height="165" as="geometry"/>
                </mxCell>
                <mxCell id="mDRKMeOo69vUBoy7oLHQ-1" value="" style="edgeStyle=elbowEdgeStyle;html=1;endArrow=open;elbow=vertical;endFill=1;exitX=0.5;exitY=1;exitDx=0;exitDy=0;exitPerimeter=0;entryX=0.5;entryY=0;entryDx=0;entryDy=0;entryPerimeter=0;" parent="1" source="z8HnSQFQwWD63jmKV9dQ-4" target="BuL-0O40kC-6M-j3F13p-2" edge="1">
                    <mxGeometry width="160" relative="1" as="geometry">
                        <mxPoint x="290" y="300" as="sourcePoint"/>
                        <mxPoint x="450" y="300" as="targetPoint"/>
                    </mxGeometry>
                </mxCell>
                <mxCell id="mDRKMeOo69vUBoy7oLHQ-2" value="" style="edgeStyle=orthogonalEdgeStyle;html=1;endArrow=open;elbow=vertical;endFill=1;exitX=0.5;exitY=0;exitDx=0;exitDy=0;exitPerimeter=0;entryX=1;entryY=0.5;entryDx=0;entryDy=0;entryPerimeter=0;" parent="1" source="z8HnSQFQwWD63jmKV9dQ-5" target="BuL-0O40kC-6M-j3F13p-1" edge="1">
                    <mxGeometry width="160" relative="1" as="geometry">
                        <mxPoint x="313" y="180" as="sourcePoint"/>
                        <mxPoint x="310" y="200" as="targetPoint"/>
                    </mxGeometry>
                </mxCell>
                <mxCell id="mDRKMeOo69vUBoy7oLHQ-4" value="" style="edgeStyle=orthogonalEdgeStyle;html=1;endArrow=open;elbow=vertical;endFill=1;exitX=0.25;exitY=0;exitDx=0;exitDy=0;exitPerimeter=0;entryX=0;entryY=0.5;entryDx=0;entryDy=0;entryPerimeter=0;" parent="1" source="z8HnSQFQwWD63jmKV9dQ-6" target="BuL-0O40kC-6M-j3F13p-3" edge="1">
                    <mxGeometry width="160" relative="1" as="geometry">
                        <mxPoint x="545" y="420" as="sourcePoint"/>
                        <mxPoint x="490" y="375" as="targetPoint"/>
                    </mxGeometry>
                </mxCell>
                <mxCell id="mDRKMeOo69vUBoy7oLHQ-5" value="" style="endArrow=block;html=1;endFill=0;edgeStyle=elbowEdgeStyle;elbow=vertical;exitX=1;exitY=0.5;exitDx=0;exitDy=0;exitPerimeter=0;entryX=0;entryY=0.5;entryDx=0;entryDy=0;entryPerimeter=0;" parent="1" source="z8HnSQFQwWD63jmKV9dQ-6" target="z8HnSQFQwWD63jmKV9dQ-5" edge="1">
                    <mxGeometry width="160" relative="1" as="geometry">
                        <mxPoint x="290" y="410" as="sourcePoint"/>
                        <mxPoint x="450" y="410" as="targetPoint"/>
                    </mxGeometry>
                </mxCell>
            </root>
        </mxGraphModel>
    </diagram>
</mxfile>